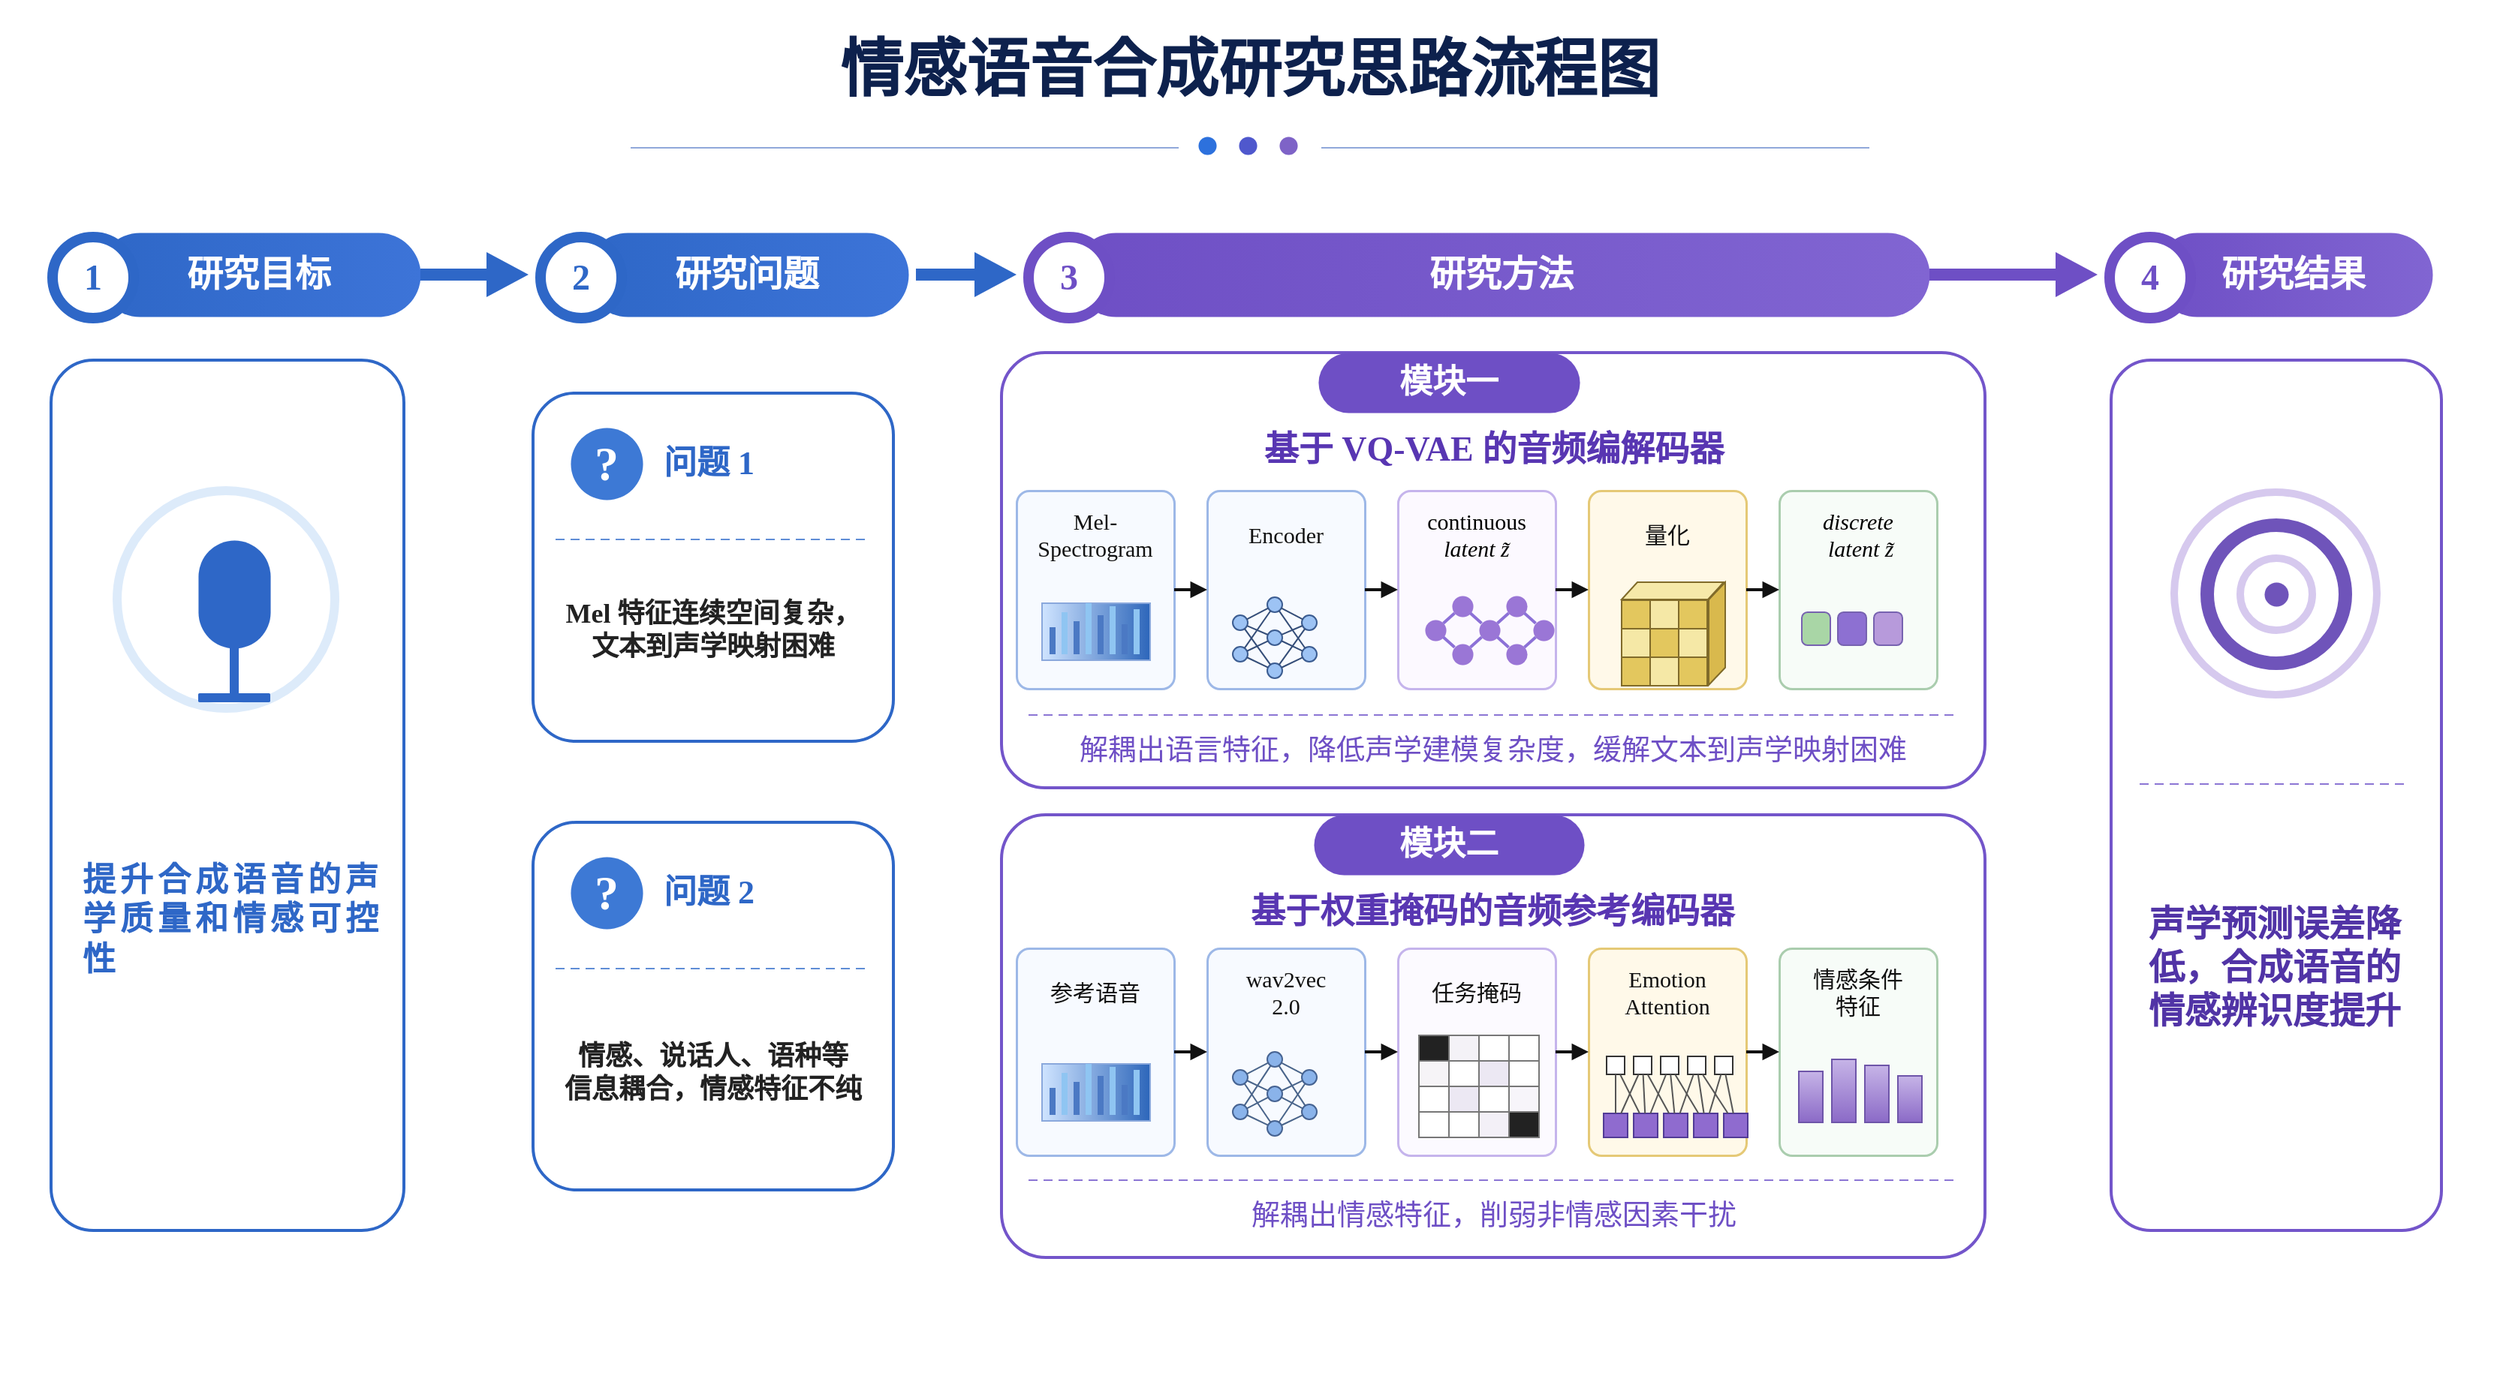
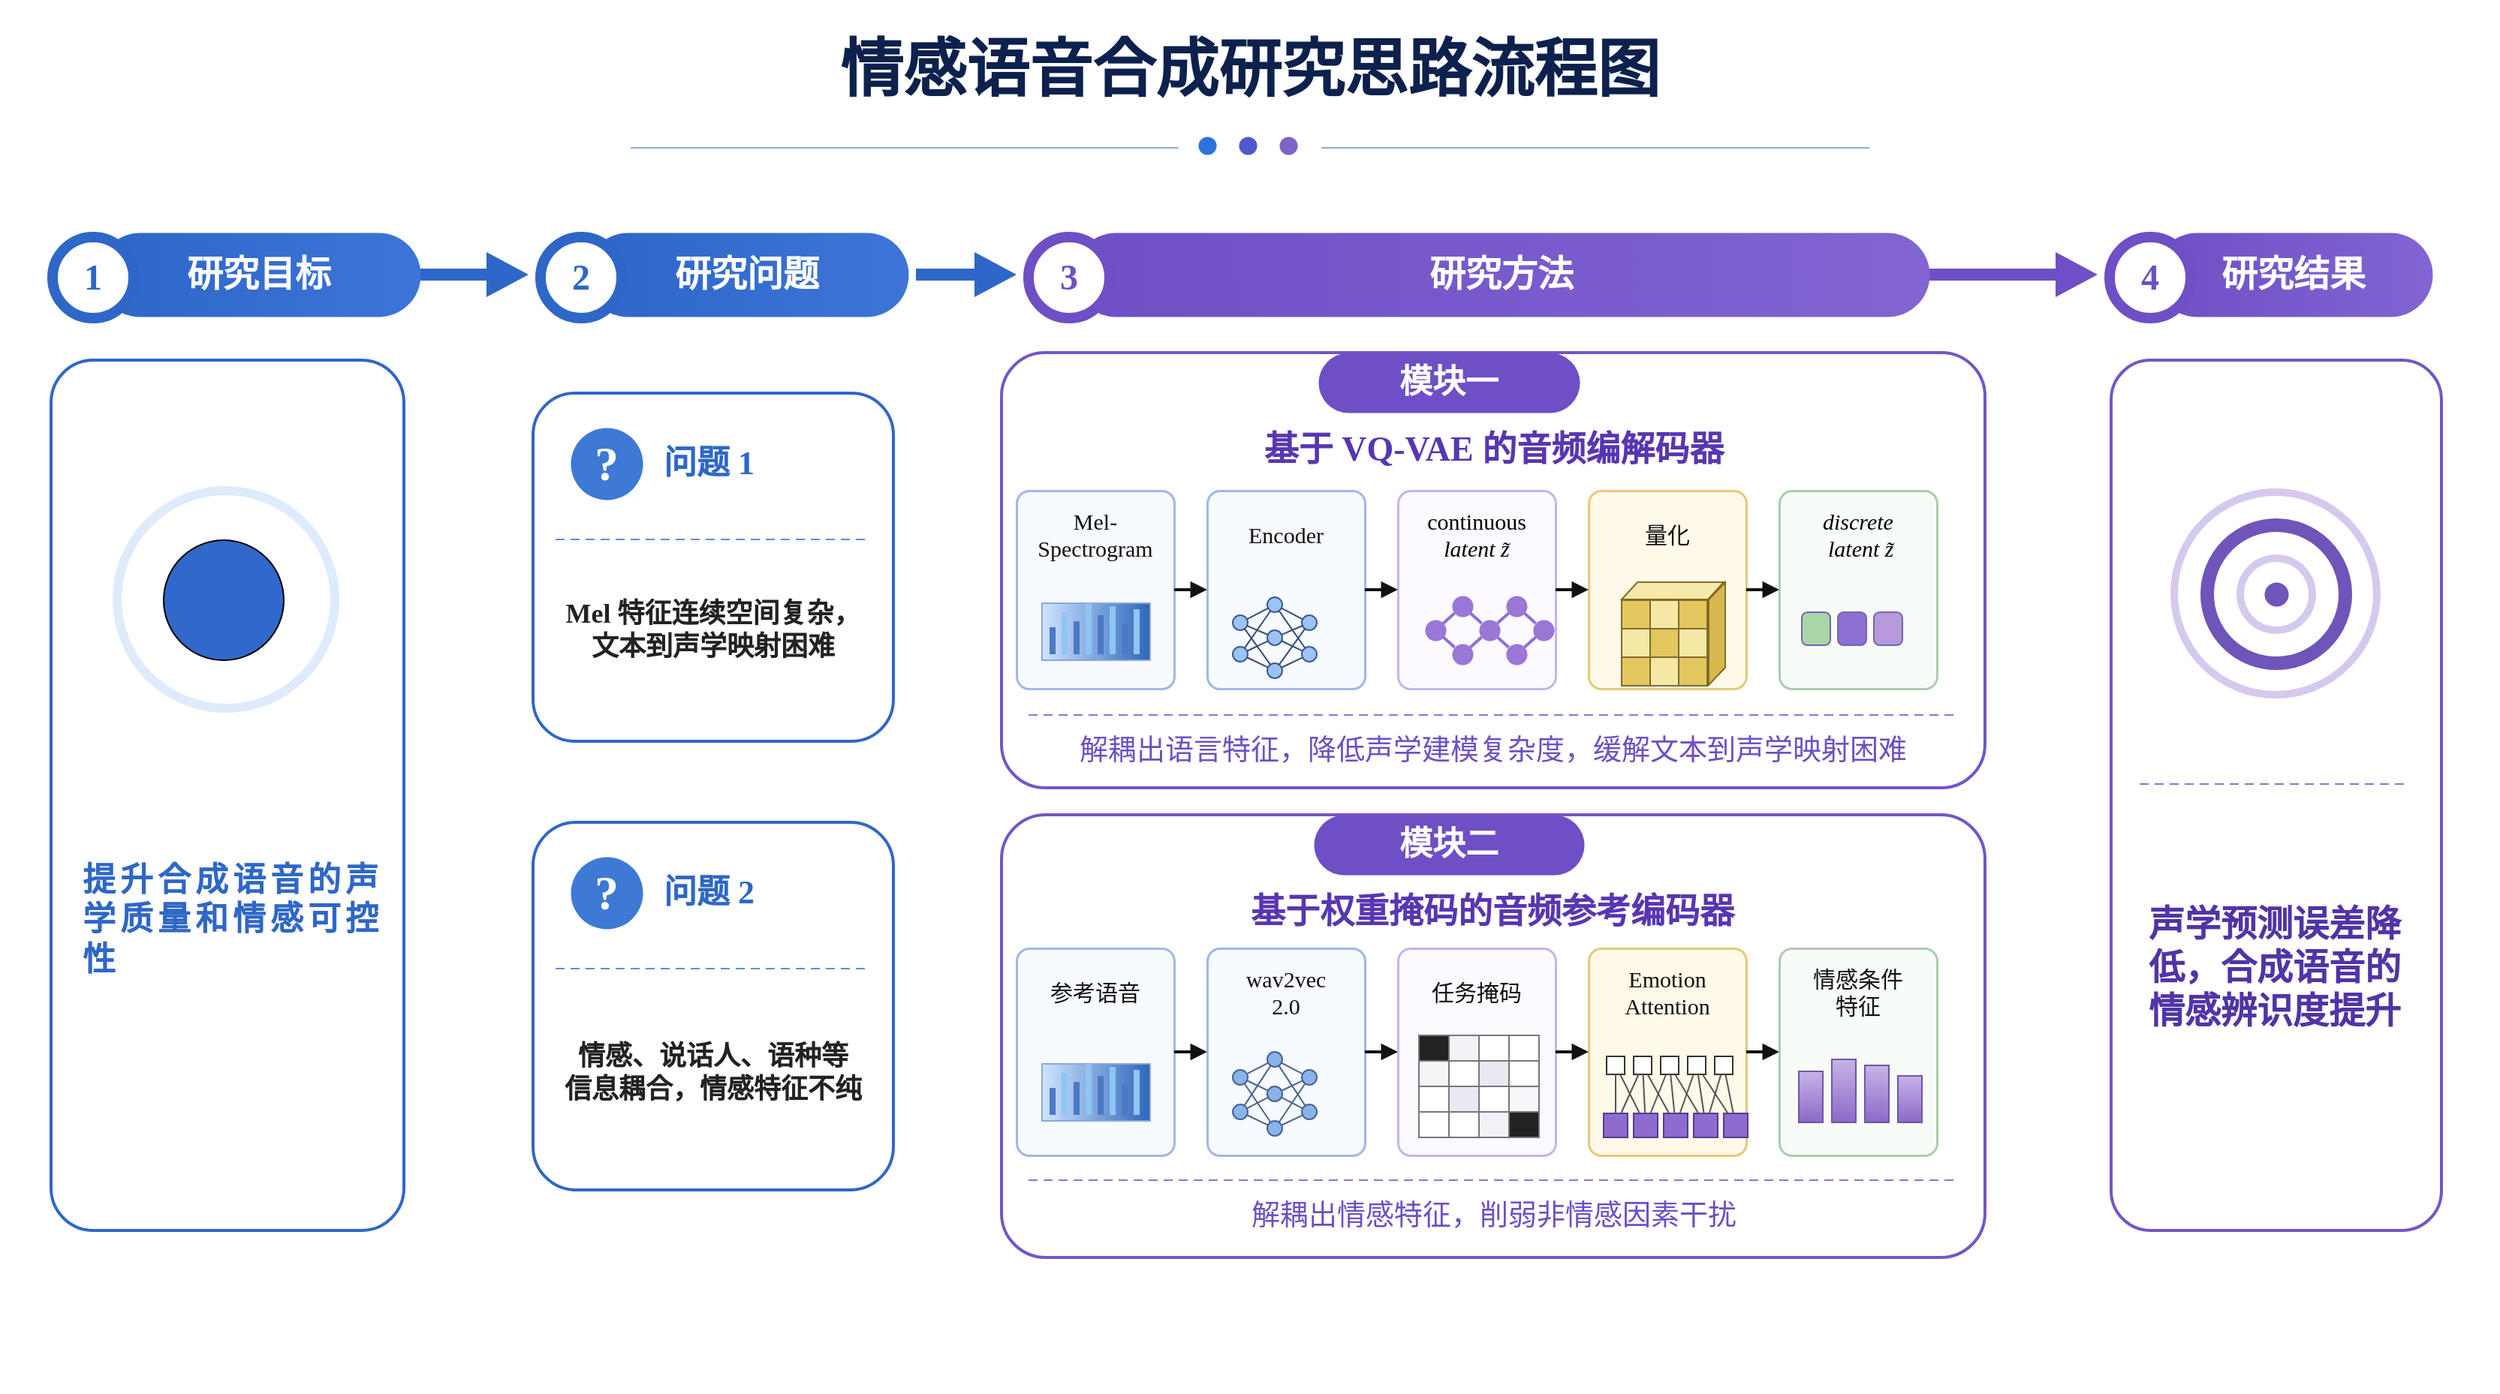
<mxfile host="app.diagrams.net">
  <diagram name="第 1 页" id="fVVEHDjkvuh4-jfM98xs">
    <mxGraphModel dx="2060" dy="1284" grid="1" gridSize="1" guides="1" tooltips="1" connect="1" arrows="1" fold="1" page="1" pageScale="1" pageWidth="1664" pageHeight="928" math="1" shadow="0">
      <root>
        <mxCell id="0" />
        <mxCell id="1" parent="0" />
        <mxCell id="v2" parent="1" style="shape=rect;fillColor=#FFFFFF;strokeColor=none;fontFamily=Comic Sans MS;" value="" vertex="1">
          <mxGeometry height="928" width="1664" as="geometry" />
        </mxCell>
        <mxCell id="v3" parent="1" style="text;html=1;whiteSpace=wrap;align=center;verticalAlign=middle;fontFamily=Comic Sans MS;fontSize=42;fontColor=#0D214D;fontStyle=1;spacing=0;" value="情感语音合成研究思路流程图" vertex="1">
          <mxGeometry height="58" width="885" x="390" y="18" as="geometry" />
        </mxCell>
        <mxCell id="v4" parent="1" style="shape=line;strokeColor=#90A8DA;strokeWidth=1;fontFamily=Comic Sans MS;" value="" vertex="1">
          <mxGeometry height="1" width="365" x="420" y="98" as="geometry" />
        </mxCell>
        <mxCell id="v5" parent="1" style="shape=line;strokeColor=#90A8DA;strokeWidth=1;fontFamily=Comic Sans MS;" value="" vertex="1">
          <mxGeometry height="1" width="365" x="880" y="98" as="geometry" />
        </mxCell>
        <mxCell id="v6" parent="1" style="ellipse;whiteSpace=wrap;html=1;fillColor=#2D71DD;strokeColor=#2D71DD;strokeWidth=0;fontFamily=Comic Sans MS;" value="" vertex="1">
          <mxGeometry height="12" width="12" x="798" y="91" as="geometry" />
        </mxCell>
        <mxCell id="v7" parent="1" style="ellipse;whiteSpace=wrap;html=1;fillColor=#4F58CD;strokeColor=#4F58CD;strokeWidth=0;fontFamily=Comic Sans MS;" value="" vertex="1">
          <mxGeometry height="12" width="12" x="825" y="91" as="geometry" />
        </mxCell>
        <mxCell id="v8" parent="1" style="ellipse;whiteSpace=wrap;html=1;fillColor=#7E63C7;strokeColor=#7E63C7;strokeWidth=0;fontFamily=Comic Sans MS;" value="" vertex="1">
          <mxGeometry height="12" width="12" x="852" y="91" as="geometry" />
        </mxCell>
        <mxCell id="v9" parent="1" style="rounded=1;arcSize=50;whiteSpace=wrap;html=1;fillColor=#2E67C7;strokeColor=none;strokeWidth=0;fontFamily=Comic Sans MS;gradientColor=#3D74D8;gradientDirection=east;fontSize=24;fontColor=#FFFFFF;fontStyle=1;align=center;verticalAlign=middle;" value="研究目标" vertex="1">
          <mxGeometry height="56" width="215" x="65" y="155" as="geometry" />
        </mxCell>
        <mxCell id="v10" parent="1" style="ellipse;whiteSpace=wrap;html=1;fillColor=#FFFFFF;strokeColor=#2E67C7;strokeWidth=7;fontFamily=Comic Sans MS;fontSize=24;fontColor=#2E67C7;fontStyle=1;align=center;verticalAlign=middle;" value="1" vertex="1">
          <mxGeometry height="54" width="54" x="35" y="158" as="geometry" />
        </mxCell>
        <mxCell id="v11" parent="1" style="rounded=1;arcSize=50;whiteSpace=wrap;html=1;fillColor=#2E67C7;strokeColor=none;strokeWidth=0;fontFamily=Comic Sans MS;gradientColor=#3D74D8;gradientDirection=east;fontSize=24;fontColor=#FFFFFF;fontStyle=1;align=center;verticalAlign=middle;" value="研究问题" vertex="1">
          <mxGeometry height="56" width="215" x="390" y="155" as="geometry" />
        </mxCell>
        <mxCell id="v12" parent="1" style="ellipse;whiteSpace=wrap;html=1;fillColor=#FFFFFF;strokeColor=#2E67C7;strokeWidth=7;fontFamily=Comic Sans MS;fontSize=24;fontColor=#2E67C7;fontStyle=1;align=center;verticalAlign=middle;" value="2" vertex="1">
          <mxGeometry height="54" width="54" x="360" y="158" as="geometry" />
        </mxCell>
        <mxCell id="v13" parent="1" style="rounded=1;arcSize=50;whiteSpace=wrap;html=1;fillColor=#6E4FC5;strokeColor=none;strokeWidth=0;fontFamily=Comic Sans MS;gradientColor=#8165D2;gradientDirection=east;fontSize=24;fontColor=#FFFFFF;fontStyle=1;align=center;verticalAlign=middle;" value="研究方法" vertex="1">
          <mxGeometry height="56" width="570" x="715" y="155" as="geometry" />
        </mxCell>
        <mxCell id="v14" parent="1" style="ellipse;whiteSpace=wrap;html=1;fillColor=#FFFFFF;strokeColor=#6E4FC5;strokeWidth=7;fontFamily=Comic Sans MS;fontSize=24;fontColor=#6E4FC5;fontStyle=1;align=center;verticalAlign=middle;" value="3" vertex="1">
          <mxGeometry height="54" width="54" x="685" y="158" as="geometry" />
        </mxCell>
        <mxCell id="v15" parent="1" style="rounded=1;arcSize=50;whiteSpace=wrap;html=1;fillColor=#6E4FC5;strokeColor=none;strokeWidth=0;fontFamily=Comic Sans MS;gradientColor=#8165D2;gradientDirection=east;fontSize=24;fontColor=#FFFFFF;fontStyle=1;align=center;verticalAlign=middle;" value="研究结果" vertex="1">
          <mxGeometry height="56" width="185" x="1435" y="155" as="geometry" />
        </mxCell>
        <mxCell id="v16" parent="1" style="ellipse;whiteSpace=wrap;html=1;fillColor=#FFFFFF;strokeColor=#6E4FC5;strokeWidth=7;fontFamily=Comic Sans MS;fontSize=24;fontColor=#6E4FC5;fontStyle=1;align=center;verticalAlign=middle;" value="4" vertex="1">
          <mxGeometry height="54" width="54" x="1405" y="158" as="geometry" />
        </mxCell>
        <mxCell id="v17" parent="1" style="shape=rect;fillColor=#2E67C7;strokeColor=none;fontFamily=Comic Sans MS;" value="" vertex="1">
          <mxGeometry height="8" width="52" x="280" y="179" as="geometry" />
        </mxCell>
        <mxCell id="v18" parent="1" style="shape=triangle;direction=east;fillColor=#2E67C7;strokeColor=none;fontFamily=Comic Sans MS;" value="" vertex="1">
          <mxGeometry height="30" width="28" x="324" y="168" as="geometry" />
        </mxCell>
        <mxCell id="v19" parent="1" style="shape=rect;fillColor=#2E67C7;strokeColor=none;fontFamily=Comic Sans MS;" value="" vertex="1">
          <mxGeometry height="8" width="47" x="610" y="179" as="geometry" />
        </mxCell>
        <mxCell id="v20" parent="1" style="shape=triangle;direction=east;fillColor=#2E67C7;strokeColor=none;fontFamily=Comic Sans MS;" value="" vertex="1">
          <mxGeometry height="30" width="28" x="649" y="168" as="geometry" />
        </mxCell>
        <mxCell id="v21" parent="1" style="shape=rect;fillColor=#6E4FC5;strokeColor=none;fontFamily=Comic Sans MS;" value="" vertex="1">
          <mxGeometry height="8" width="92" x="1285" y="179" as="geometry" />
        </mxCell>
        <mxCell id="v22" parent="1" style="shape=triangle;direction=east;fillColor=#6E4FC5;strokeColor=none;fontFamily=Comic Sans MS;" value="" vertex="1">
          <mxGeometry height="30" width="28" x="1369" y="168" as="geometry" />
        </mxCell>
        <mxCell id="v23" parent="1" style="rounded=1;arcSize=12;whiteSpace=wrap;html=1;fillColor=#FFFFFF;strokeColor=#2E67C7;strokeWidth=2;fontFamily=Comic Sans MS;" value="" vertex="1">
          <mxGeometry height="580" width="235" x="34" y="240" as="geometry" />
        </mxCell>
        <mxCell id="v24" parent="1" style="rounded=1;arcSize=12;whiteSpace=wrap;html=1;fillColor=#FFFFFF;strokeColor=#2E67C7;strokeWidth=2;fontFamily=Comic Sans MS;" value="" vertex="1">
          <mxGeometry height="232" width="240" x="355" y="262" as="geometry" />
        </mxCell>
        <mxCell id="v25" parent="1" style="rounded=1;arcSize=12;whiteSpace=wrap;html=1;fillColor=#FFFFFF;strokeColor=#2E67C7;strokeWidth=2;fontFamily=Comic Sans MS;" value="" vertex="1">
          <mxGeometry height="245" width="240" x="355" y="548" as="geometry" />
        </mxCell>
        <mxCell id="v26" parent="1" style="rounded=1;arcSize=10;whiteSpace=wrap;html=1;fillColor=#FFFFFF;strokeColor=#7355CA;strokeWidth=2;fontFamily=Comic Sans MS;" value="" vertex="1">
          <mxGeometry height="290" width="655" x="667" y="235" as="geometry" />
        </mxCell>
        <mxCell id="v27" parent="1" style="rounded=1;arcSize=10;whiteSpace=wrap;html=1;fillColor=#FFFFFF;strokeColor=#7355CA;strokeWidth=2;fontFamily=Comic Sans MS;" value="" vertex="1">
          <mxGeometry height="295" width="655" x="667" y="543" as="geometry" />
        </mxCell>
        <mxCell id="v28" parent="1" style="rounded=1;arcSize=12;whiteSpace=wrap;html=1;fillColor=#FFFFFF;strokeColor=#7355CA;strokeWidth=2;fontFamily=Comic Sans MS;" value="" vertex="1">
          <mxGeometry height="580" width="220" x="1406" y="240" as="geometry" />
        </mxCell>
        <mxCell id="v29" parent="1" style="ellipse;whiteSpace=wrap;html=1;fillColor=#FFFFFF;strokeColor=#DDEBFA;strokeWidth=6;fontFamily=Comic Sans MS;" value="" vertex="1">
          <mxGeometry height="145" width="145" x="78" y="327" as="geometry" />
        </mxCell>
-         <mxCell id="v30" parent="1" style="rounded=1;arcSize=50;whiteSpace=wrap;html=1;fillColor=#2E67C7;strokeColor=#2E67C7;strokeWidth=0;fontFamily=Comic Sans MS;" value="" vertex="1">
-           <mxGeometry height="72" width="48" x="132" y="360" as="geometry" />
-         </mxCell>
        <mxCell id="v31" parent="1" style="shape=mxgraph.basic.arc;startAngle=180;endAngle=360;fillColor=none;strokeColor=#2E67C7;strokeWidth=5;fontFamily=Comic Sans MS;" value="" vertex="1">
          <mxGeometry height="58" width="70" x="121" y="388" as="geometry" />
-         </mxCell>
-         <mxCell id="v32" parent="1" style="shape=rect;fillColor=#2E67C7;strokeColor=none;fontFamily=Comic Sans MS;" value="" vertex="1">
-           <mxGeometry height="34" width="6" x="153" y="431" as="geometry" />
-         </mxCell>
-         <mxCell id="v33" parent="1" style="shape=rect;fillColor=#2E67C7;strokeColor=none;rounded=1;fontFamily=Comic Sans MS;" value="" vertex="1">
-           <mxGeometry height="6" width="48" x="132" y="462" as="geometry" />
        </mxCell>
        <mxCell id="v34" parent="1" style="shape=mxgraph.basic.arc;startAngle=90;endAngle=270;direction=west;fillColor=none;strokeColor=#2E67C7;strokeWidth=4;fontFamily=Comic Sans MS;" value="" vertex="1">
          <mxGeometry height="38" width="18" x="90" y="380" as="geometry" />
        </mxCell>
        <mxCell id="v35" parent="1" style="shape=mxgraph.basic.arc;startAngle=90;endAngle=270;direction=west;fillColor=none;strokeColor=#2E67C7;strokeWidth=4;fontFamily=Comic Sans MS;" value="" vertex="1">
          <mxGeometry height="54" width="28" x="82" y="372" as="geometry" />
        </mxCell>
        <mxCell id="v36" parent="1" style="shape=mxgraph.basic.arc;startAngle=90;endAngle=270;direction=east;fillColor=none;strokeColor=#2E67C7;strokeWidth=4;fontFamily=Comic Sans MS;" value="" vertex="1">
          <mxGeometry height="38" width="18" x="193" y="380" as="geometry" />
        </mxCell>
        <mxCell id="v37" parent="1" style="shape=mxgraph.basic.arc;startAngle=90;endAngle=270;direction=east;fillColor=none;strokeColor=#2E67C7;strokeWidth=4;fontFamily=Comic Sans MS;" value="" vertex="1">
          <mxGeometry height="54" width="28" x="192" y="372" as="geometry" />
        </mxCell>
        <mxCell id="v38" parent="1" style="text;html=1;whiteSpace=wrap;align=left;verticalAlign=middle;fontFamily=Comic Sans MS;fontSize=22;fontColor=#111111;fontStyle=0;spacing=0;" value="&lt;div style=&quot;text-align: justify;&quot;&gt;&lt;b style=&quot;background-color: transparent; color: light-dark(rgb(46, 103, 199), rgb(237, 237, 237));&quot;&gt;提升合成语音的声学质量和情感可控性&lt;/b&gt;&lt;/div&gt;" vertex="1">
          <mxGeometry height="225" width="195" x="55" y="500" as="geometry" />
        </mxCell>
        <mxCell id="v39" parent="1" style="ellipse;whiteSpace=wrap;html=1;fillColor=#3D79D5;strokeColor=#3D79D5;strokeWidth=0;fontFamily=Comic Sans MS;fontSize=32;fontColor=#FFFFFF;fontStyle=1;align=center;verticalAlign=middle;" value="?" vertex="1">
          <mxGeometry height="48" width="48" x="380" y="285" as="geometry" />
        </mxCell>
        <mxCell id="v40" parent="1" style="text;html=1;whiteSpace=wrap;align=left;verticalAlign=middle;fontFamily=Comic Sans MS;fontSize=22;fontColor=#2E67C7;fontStyle=1;spacing=0;" value="问题 1" vertex="1">
          <mxGeometry height="44" width="120" x="442" y="287" as="geometry" />
        </mxCell>
        <mxCell id="v41" parent="1" style="shape=line;strokeColor=#5F8DD6;strokeWidth=1;dashed=1;dashPattern=6 4;fontFamily=Comic Sans MS;" value="" vertex="1">
          <mxGeometry height="1" width="210" x="370" y="359" as="geometry" />
        </mxCell>
        <mxCell id="v42" parent="1" style="ellipse;whiteSpace=wrap;html=1;fillColor=#3D79D5;strokeColor=#3D79D5;strokeWidth=0;fontFamily=Comic Sans MS;fontSize=32;fontColor=#FFFFFF;fontStyle=1;align=center;verticalAlign=middle;" value="?" vertex="1">
          <mxGeometry height="48" width="48" x="380" y="571" as="geometry" />
        </mxCell>
        <mxCell id="v43" parent="1" style="text;html=1;whiteSpace=wrap;align=left;verticalAlign=middle;fontFamily=Comic Sans MS;fontSize=22;fontColor=#2E67C7;fontStyle=1;spacing=0;" value="问题 2" vertex="1">
          <mxGeometry height="44" width="120" x="442" y="573" as="geometry" />
        </mxCell>
        <mxCell id="v44" parent="1" style="shape=line;strokeColor=#5F8DD6;strokeWidth=1;dashed=1;dashPattern=6 4;fontFamily=Comic Sans MS;" value="" vertex="1">
          <mxGeometry height="1" width="210" x="370" y="645" as="geometry" />
        </mxCell>
        <mxCell id="v45" parent="1" style="text;html=1;whiteSpace=wrap;align=center;verticalAlign=middle;fontFamily=Comic Sans MS;fontSize=18;fontColor=#222222;fontStyle=0;spacing=0;" value="&lt;b&gt;Mel 特征连续空间复杂，&lt;br&gt;文本到声学映射困难&lt;/b&gt;" vertex="1">
          <mxGeometry height="110" width="210" x="370" y="365" as="geometry" />
        </mxCell>
        <mxCell id="v46" parent="1" style="text;html=1;whiteSpace=wrap;align=center;verticalAlign=middle;fontFamily=Comic Sans MS;fontSize=18;fontColor=#222222;fontStyle=0;spacing=0;" value="&lt;b&gt;情感、说话人、语种等&lt;br&gt;信息耦合，情感特征不纯&lt;/b&gt;" vertex="1">
          <mxGeometry height="115" width="210" x="370" y="657" as="geometry" />
        </mxCell>
        <mxCell id="e47" edge="1" parent="1" style="edgeStyle=orthogonalEdgeStyle;rounded=0;html=1;strokeColor=#3B72CA;strokeWidth=3;dashed=1;dashPattern=6 4;endArrow=block;endFill=1;" value="">
          <mxGeometry relative="1" as="geometry">
            <Array as="points">
              <mxPoint x="278" y="510" />
              <mxPoint x="310" y="510" />
              <mxPoint x="310" y="378" />
              <mxPoint x="350" y="378" />
            </Array>
          </mxGeometry>
        </mxCell>
        <mxCell id="e48" edge="1" parent="1" style="edgeStyle=orthogonalEdgeStyle;rounded=0;html=1;strokeColor=#3B72CA;strokeWidth=3;dashed=1;dashPattern=6 4;endArrow=block;endFill=1;" value="">
          <mxGeometry relative="1" as="geometry">
            <Array as="points">
              <mxPoint x="278" y="510" />
              <mxPoint x="310" y="510" />
              <mxPoint x="310" y="670" />
              <mxPoint x="350" y="670" />
            </Array>
          </mxGeometry>
        </mxCell>
        <mxCell id="e49" edge="1" parent="1" style="edgeStyle=orthogonalEdgeStyle;rounded=0;html=1;strokeColor=#6E4FC5;strokeWidth=3;dashed=1;dashPattern=6 4;endArrow=block;endFill=1;" value="">
          <mxGeometry relative="1" as="geometry">
            <Array as="points">
              <mxPoint x="595" y="378" />
              <mxPoint x="625" y="378" />
              <mxPoint x="625" y="356" />
              <mxPoint x="665" y="356" />
            </Array>
          </mxGeometry>
        </mxCell>
        <mxCell id="e50" edge="1" parent="1" style="edgeStyle=orthogonalEdgeStyle;rounded=0;html=1;strokeColor=#6E4FC5;strokeWidth=3;dashed=1;dashPattern=6 4;endArrow=block;endFill=1;" value="">
          <mxGeometry relative="1" as="geometry">
            <Array as="points">
              <mxPoint x="595" y="670" />
              <mxPoint x="625" y="670" />
              <mxPoint x="625" y="695" />
              <mxPoint x="665" y="695" />
            </Array>
          </mxGeometry>
        </mxCell>
        <mxCell id="v51" parent="1" style="rounded=1;arcSize=50;whiteSpace=wrap;html=1;fillColor=#6E4FC5;strokeColor=#6E4FC5;strokeWidth=0;fontFamily=Comic Sans MS;fontSize=22;fontColor=#FFFFFF;fontStyle=1;align=center;verticalAlign=middle;" value="模块一" vertex="1">
          <mxGeometry height="40" width="174" x="878" y="235" as="geometry" />
        </mxCell>
        <mxCell id="v52" parent="1" style="rounded=1;arcSize=50;whiteSpace=wrap;html=1;fillColor=#6E4FC5;strokeColor=#6E4FC5;strokeWidth=0;fontFamily=Comic Sans MS;fontSize=22;fontColor=#FFFFFF;fontStyle=1;align=center;verticalAlign=middle;" value="模块二" vertex="1">
          <mxGeometry height="40" width="180" x="875" y="543" as="geometry" />
        </mxCell>
        <mxCell id="v53" parent="1" style="text;html=1;whiteSpace=wrap;align=center;verticalAlign=middle;fontFamily=Comic Sans MS;fontSize=23;fontColor=#5836B2;fontStyle=1;spacing=0;" value="基于 VQ-VAE 的音频编解码器" vertex="1">
          <mxGeometry height="38" width="520" x="735" y="280" as="geometry" />
        </mxCell>
        <mxCell id="v54" parent="1" style="text;html=1;whiteSpace=wrap;align=center;verticalAlign=middle;fontFamily=Comic Sans MS;fontSize=23;fontColor=#5836B2;fontStyle=1;spacing=0;" value="基于权重掩码的音频参考编码器" vertex="1">
          <mxGeometry height="38" width="580" x="704" y="588" as="geometry" />
        </mxCell>
        <mxCell id="v55" parent="1" style="rounded=1;arcSize=8;whiteSpace=wrap;html=1;fillColor=#F7FAFF;strokeColor=#9DB8E7;strokeWidth=1.5;fontFamily=Comic Sans MS;" value="" vertex="1">
          <mxGeometry height="132" width="105" x="677" y="327" as="geometry" />
        </mxCell>
        <mxCell id="v56" parent="1" style="text;html=1;whiteSpace=wrap;align=center;verticalAlign=middle;fontFamily=Comic Sans MS;fontSize=15;fontColor=#111111;fontStyle=0;spacing=0;" value="Mel-&lt;br&gt;Spectrogram" vertex="1">
          <mxGeometry height="42" width="95" x="682" y="335" as="geometry" />
        </mxCell>
        <mxCell id="v57" parent="1" style="rounded=1;arcSize=8;whiteSpace=wrap;html=1;fillColor=#F7FAFF;strokeColor=#9DB8E7;strokeWidth=1.5;fontFamily=Comic Sans MS;" value="" vertex="1">
          <mxGeometry height="132" width="105" x="804" y="327" as="geometry" />
        </mxCell>
        <mxCell id="v58" parent="1" style="text;html=1;whiteSpace=wrap;align=center;verticalAlign=middle;fontFamily=Comic Sans MS;fontSize=15;fontColor=#111111;fontStyle=0;spacing=0;" value="Encoder" vertex="1">
          <mxGeometry height="42" width="95" x="809" y="335" as="geometry" />
        </mxCell>
        <mxCell id="v59" parent="1" style="rounded=1;arcSize=8;whiteSpace=wrap;html=1;fillColor=#FCF9FF;strokeColor=#C5B4EC;strokeWidth=1.5;fontFamily=Comic Sans MS;" value="" vertex="1">
          <mxGeometry height="132" width="105" x="931" y="327" as="geometry" />
        </mxCell>
        <mxCell id="v60" parent="1" style="text;html=1;whiteSpace=wrap;align=center;verticalAlign=middle;fontFamily=Comic Sans MS;fontSize=15;fontColor=#111111;fontStyle=0;spacing=0;" value="&lt;font&gt;&lt;span style=&quot;text-align: left; white-space: nowrap; color: rgb(0, 0, 0);&quot;&gt;continuous&lt;/span&gt;&lt;/font&gt;&lt;div&gt;&lt;font&gt;&lt;i style=&quot;text-align: left; white-space: nowrap; color: rgb(0, 0, 0);&quot;&gt; latent &lt;span&gt;z̃&lt;/span&gt;&lt;/i&gt;&lt;/font&gt;&lt;/div&gt;" vertex="1">
          <mxGeometry height="42" width="95" x="936" y="335" as="geometry" />
        </mxCell>
        <mxCell id="v61" parent="1" style="rounded=1;arcSize=8;whiteSpace=wrap;html=1;fillColor=#FFF9E9;strokeColor=#E5C976;strokeWidth=1.5;fontFamily=Comic Sans MS;" value="" vertex="1">
          <mxGeometry height="132" width="105" x="1058" y="327" as="geometry" />
        </mxCell>
        <mxCell id="v62" parent="1" style="text;html=1;whiteSpace=wrap;align=center;verticalAlign=middle;fontFamily=Comic Sans MS;fontSize=15;fontColor=#111111;fontStyle=0;spacing=0;" value="量化" vertex="1">
          <mxGeometry height="42" width="95" x="1063" y="335" as="geometry" />
        </mxCell>
        <mxCell id="v63" parent="1" style="rounded=1;arcSize=8;whiteSpace=wrap;html=1;fillColor=#F7FCF8;strokeColor=#AACDAE;strokeWidth=1.5;fontFamily=Comic Sans MS;" value="" vertex="1">
          <mxGeometry height="132" width="105" x="1185" y="327" as="geometry" />
        </mxCell>
        <mxCell id="v64" parent="1" style="text;html=1;whiteSpace=wrap;align=center;verticalAlign=middle;fontFamily=Comic Sans MS;fontSize=15;fontColor=#111111;fontStyle=0;spacing=0;" value="&lt;i style=&quot;text-align: left; white-space: nowrap;&quot;&gt;&lt;font style=&quot;color: rgb(0, 0, 0);&quot;&gt;discrete&lt;/font&gt;&lt;/i&gt;&lt;div&gt;&lt;i style=&quot;text-align: left; white-space: nowrap;&quot;&gt;&lt;font style=&quot;color: rgb(0, 0, 0);&quot;&gt;&amp;nbsp;latent &lt;span&gt;z̃&lt;/span&gt;&lt;/font&gt;&lt;/i&gt;&lt;/div&gt;" vertex="1">
          <mxGeometry height="42" width="95" x="1190" y="335" as="geometry" />
        </mxCell>
        <mxCell id="e65" edge="1" parent="1" source="v55" style="edgeStyle=orthogonalEdgeStyle;rounded=0;html=1;strokeColor=#111111;strokeWidth=2;endArrow=block;endFill=1;fontFamily=Comic Sans MS;" target="v57" value="">
          <mxGeometry relative="1" as="geometry" />
        </mxCell>
        <mxCell id="e66" edge="1" parent="1" source="v57" style="edgeStyle=orthogonalEdgeStyle;rounded=0;html=1;strokeColor=#111111;strokeWidth=2;endArrow=block;endFill=1;fontFamily=Comic Sans MS;" target="v59" value="">
          <mxGeometry relative="1" as="geometry" />
        </mxCell>
        <mxCell id="e67" edge="1" parent="1" source="v59" style="edgeStyle=orthogonalEdgeStyle;rounded=0;html=1;strokeColor=#111111;strokeWidth=2;endArrow=block;endFill=1;fontFamily=Comic Sans MS;" target="v61" value="">
          <mxGeometry relative="1" as="geometry" />
        </mxCell>
        <mxCell id="e68" edge="1" parent="1" source="v61" style="edgeStyle=orthogonalEdgeStyle;rounded=0;html=1;strokeColor=#111111;strokeWidth=2;endArrow=block;endFill=1;fontFamily=Comic Sans MS;" target="v63" value="">
          <mxGeometry relative="1" as="geometry" />
        </mxCell>
        <mxCell id="v78" parent="1" style="ellipse;whiteSpace=wrap;html=1;fillColor=#9DC3F4;strokeColor=#3B5C91;strokeWidth=1;fontFamily=Comic Sans MS;" value="" vertex="1">
          <mxGeometry height="10" width="10" x="821" y="410" as="geometry" />
        </mxCell>
        <mxCell id="v79" parent="1" style="ellipse;whiteSpace=wrap;html=1;fillColor=#9DC3F4;strokeColor=#3B5C91;strokeWidth=1;fontFamily=Comic Sans MS;" value="" vertex="1">
          <mxGeometry height="10" width="10" x="821" y="431" as="geometry" />
        </mxCell>
        <mxCell id="v80" parent="1" style="ellipse;whiteSpace=wrap;html=1;fillColor=#9DC3F4;strokeColor=#3B5C91;strokeWidth=1;fontFamily=Comic Sans MS;" value="" vertex="1">
          <mxGeometry height="10" width="10" x="844" y="398" as="geometry" />
        </mxCell>
        <mxCell id="v81" parent="1" style="ellipse;whiteSpace=wrap;html=1;fillColor=#9DC3F4;strokeColor=#3B5C91;strokeWidth=1;fontFamily=Comic Sans MS;" value="" vertex="1">
          <mxGeometry height="10" width="10" x="844" y="420" as="geometry" />
        </mxCell>
        <mxCell id="v82" parent="1" style="ellipse;whiteSpace=wrap;html=1;fillColor=#9DC3F4;strokeColor=#3B5C91;strokeWidth=1;fontFamily=Comic Sans MS;" value="" vertex="1">
          <mxGeometry height="10" width="10" x="844" y="442" as="geometry" />
        </mxCell>
        <mxCell id="v83" parent="1" style="ellipse;whiteSpace=wrap;html=1;fillColor=#9DC3F4;strokeColor=#3B5C91;strokeWidth=1;fontFamily=Comic Sans MS;" value="" vertex="1">
          <mxGeometry height="10" width="10" x="867" y="410" as="geometry" />
        </mxCell>
        <mxCell id="v84" parent="1" style="ellipse;whiteSpace=wrap;html=1;fillColor=#9DC3F4;strokeColor=#3B5C91;strokeWidth=1;fontFamily=Comic Sans MS;" value="" vertex="1">
          <mxGeometry height="10" width="10" x="867" y="431" as="geometry" />
        </mxCell>
        <mxCell id="e85" edge="1" parent="1" source="v78" style="edgeStyle=none;html=1;strokeColor=#344D78;strokeWidth=1;endArrow=none;fontFamily=Comic Sans MS;" target="v80" value="">
          <mxGeometry relative="1" as="geometry" />
        </mxCell>
        <mxCell id="e86" edge="1" parent="1" source="v78" style="edgeStyle=none;html=1;strokeColor=#344D78;strokeWidth=1;endArrow=none;fontFamily=Comic Sans MS;" target="v81" value="">
          <mxGeometry relative="1" as="geometry" />
        </mxCell>
        <mxCell id="e87" edge="1" parent="1" source="v78" style="edgeStyle=none;html=1;strokeColor=#344D78;strokeWidth=1;endArrow=none;fontFamily=Comic Sans MS;" target="v82" value="">
          <mxGeometry relative="1" as="geometry" />
        </mxCell>
        <mxCell id="e88" edge="1" parent="1" source="v79" style="edgeStyle=none;html=1;strokeColor=#344D78;strokeWidth=1;endArrow=none;fontFamily=Comic Sans MS;" target="v80" value="">
          <mxGeometry relative="1" as="geometry" />
        </mxCell>
        <mxCell id="e89" edge="1" parent="1" source="v79" style="edgeStyle=none;html=1;strokeColor=#344D78;strokeWidth=1;endArrow=none;fontFamily=Comic Sans MS;" target="v81" value="">
          <mxGeometry relative="1" as="geometry" />
        </mxCell>
        <mxCell id="e90" edge="1" parent="1" source="v79" style="edgeStyle=none;html=1;strokeColor=#344D78;strokeWidth=1;endArrow=none;fontFamily=Comic Sans MS;" target="v82" value="">
          <mxGeometry relative="1" as="geometry" />
        </mxCell>
        <mxCell id="e91" edge="1" parent="1" source="v80" style="edgeStyle=none;html=1;strokeColor=#344D78;strokeWidth=1;endArrow=none;fontFamily=Comic Sans MS;" target="v83" value="">
          <mxGeometry relative="1" as="geometry" />
        </mxCell>
        <mxCell id="e92" edge="1" parent="1" source="v80" style="edgeStyle=none;html=1;strokeColor=#344D78;strokeWidth=1;endArrow=none;fontFamily=Comic Sans MS;" target="v84" value="">
          <mxGeometry relative="1" as="geometry" />
        </mxCell>
        <mxCell id="e93" edge="1" parent="1" source="v81" style="edgeStyle=none;html=1;strokeColor=#344D78;strokeWidth=1;endArrow=none;fontFamily=Comic Sans MS;" target="v83" value="">
          <mxGeometry relative="1" as="geometry" />
        </mxCell>
        <mxCell id="e94" edge="1" parent="1" source="v81" style="edgeStyle=none;html=1;strokeColor=#344D78;strokeWidth=1;endArrow=none;fontFamily=Comic Sans MS;" target="v84" value="">
          <mxGeometry relative="1" as="geometry" />
        </mxCell>
        <mxCell id="e95" edge="1" parent="1" source="v82" style="edgeStyle=none;html=1;strokeColor=#344D78;strokeWidth=1;endArrow=none;fontFamily=Comic Sans MS;" target="v83" value="">
          <mxGeometry relative="1" as="geometry" />
        </mxCell>
        <mxCell id="e96" edge="1" parent="1" source="v82" style="edgeStyle=none;html=1;strokeColor=#344D78;strokeWidth=1;endArrow=none;fontFamily=Comic Sans MS;" target="v84" value="">
          <mxGeometry relative="1" as="geometry" />
        </mxCell>
        <mxCell id="v97" parent="1" style="ellipse;whiteSpace=wrap;html=1;fillColor=#9A76D6;strokeColor=#9A76D6;strokeWidth=0;fontFamily=Comic Sans MS;" value="" vertex="1">
          <mxGeometry height="14" width="14" x="949" y="413" as="geometry" />
        </mxCell>
        <mxCell id="v98" parent="1" style="ellipse;whiteSpace=wrap;html=1;fillColor=#9A76D6;strokeColor=#9A76D6;strokeWidth=0;fontFamily=Comic Sans MS;" value="" vertex="1">
          <mxGeometry height="14" width="14" x="967" y="397" as="geometry" />
        </mxCell>
        <mxCell id="v99" parent="1" style="ellipse;whiteSpace=wrap;html=1;fillColor=#9A76D6;strokeColor=#9A76D6;strokeWidth=0;fontFamily=Comic Sans MS;" value="" vertex="1">
          <mxGeometry height="14" width="14" x="967" y="429" as="geometry" />
        </mxCell>
        <mxCell id="v100" parent="1" style="ellipse;whiteSpace=wrap;html=1;fillColor=#9A76D6;strokeColor=#9A76D6;strokeWidth=0;fontFamily=Comic Sans MS;" value="" vertex="1">
          <mxGeometry height="14" width="14" x="985" y="413" as="geometry" />
        </mxCell>
        <mxCell id="v101" parent="1" style="ellipse;whiteSpace=wrap;html=1;fillColor=#9A76D6;strokeColor=#9A76D6;strokeWidth=0;fontFamily=Comic Sans MS;" value="" vertex="1">
          <mxGeometry height="14" width="14" x="1003" y="397" as="geometry" />
        </mxCell>
        <mxCell id="v102" parent="1" style="ellipse;whiteSpace=wrap;html=1;fillColor=#9A76D6;strokeColor=#9A76D6;strokeWidth=0;fontFamily=Comic Sans MS;" value="" vertex="1">
          <mxGeometry height="14" width="14" x="1003" y="429" as="geometry" />
        </mxCell>
        <mxCell id="v103" parent="1" style="ellipse;whiteSpace=wrap;html=1;fillColor=#9A76D6;strokeColor=#9A76D6;strokeWidth=0;fontFamily=Comic Sans MS;" value="" vertex="1">
          <mxGeometry height="14" width="14" x="1021" y="413" as="geometry" />
        </mxCell>
        <mxCell id="e104" edge="1" parent="1" source="v97" style="edgeStyle=none;html=1;strokeColor=#8C71D7;strokeWidth=2;endArrow=none;fontFamily=Comic Sans MS;" target="v98" value="">
          <mxGeometry relative="1" as="geometry" />
        </mxCell>
        <mxCell id="e105" edge="1" parent="1" source="v97" style="edgeStyle=none;html=1;strokeColor=#8C71D7;strokeWidth=2;endArrow=none;fontFamily=Comic Sans MS;" target="v99" value="">
          <mxGeometry relative="1" as="geometry" />
        </mxCell>
        <mxCell id="e106" edge="1" parent="1" source="v98" style="edgeStyle=none;html=1;strokeColor=#8C71D7;strokeWidth=2;endArrow=none;fontFamily=Comic Sans MS;" target="v100" value="">
          <mxGeometry relative="1" as="geometry" />
        </mxCell>
        <mxCell id="e107" edge="1" parent="1" source="v99" style="edgeStyle=none;html=1;strokeColor=#8C71D7;strokeWidth=2;endArrow=none;fontFamily=Comic Sans MS;" target="v100" value="">
          <mxGeometry relative="1" as="geometry" />
        </mxCell>
        <mxCell id="e108" edge="1" parent="1" source="v100" style="edgeStyle=none;html=1;strokeColor=#8C71D7;strokeWidth=2;endArrow=none;fontFamily=Comic Sans MS;" target="v101" value="">
          <mxGeometry relative="1" as="geometry" />
        </mxCell>
        <mxCell id="e109" edge="1" parent="1" source="v100" style="edgeStyle=none;html=1;strokeColor=#8C71D7;strokeWidth=2;endArrow=none;fontFamily=Comic Sans MS;" target="v102" value="">
          <mxGeometry relative="1" as="geometry" />
        </mxCell>
        <mxCell id="e110" edge="1" parent="1" source="v101" style="edgeStyle=none;html=1;strokeColor=#8C71D7;strokeWidth=2;endArrow=none;fontFamily=Comic Sans MS;" target="v103" value="">
          <mxGeometry relative="1" as="geometry" />
        </mxCell>
        <mxCell id="e111" edge="1" parent="1" source="v102" style="edgeStyle=none;html=1;strokeColor=#8C71D7;strokeWidth=2;endArrow=none;fontFamily=Comic Sans MS;" target="v103" value="">
          <mxGeometry relative="1" as="geometry" />
        </mxCell>
        <mxCell id="v112" parent="1" style="shape=rect;fillColor=#E3C75E;strokeColor=#806B2A;strokeWidth=1;fontFamily=Comic Sans MS;" value="" vertex="1">
          <mxGeometry height="19" width="19" x="1080" y="400" as="geometry" />
        </mxCell>
        <mxCell id="v113" parent="1" style="shape=rect;fillColor=#F5E8A6;strokeColor=#806B2A;strokeWidth=1;fontFamily=Comic Sans MS;" value="" vertex="1">
          <mxGeometry height="19" width="19" x="1099" y="400" as="geometry" />
        </mxCell>
        <mxCell id="v114" parent="1" style="shape=rect;fillColor=#E3C75E;strokeColor=#806B2A;strokeWidth=1;fontFamily=Comic Sans MS;" value="" vertex="1">
          <mxGeometry height="19" width="19" x="1118" y="400" as="geometry" />
        </mxCell>
        <mxCell id="v115" parent="1" style="shape=rect;fillColor=#F5E8A6;strokeColor=#806B2A;strokeWidth=1;fontFamily=Comic Sans MS;" value="" vertex="1">
          <mxGeometry height="19" width="19" x="1080" y="419" as="geometry" />
        </mxCell>
        <mxCell id="v116" parent="1" style="shape=rect;fillColor=#E3C75E;strokeColor=#806B2A;strokeWidth=1;fontFamily=Comic Sans MS;" value="" vertex="1">
          <mxGeometry height="19" width="19" x="1099" y="419" as="geometry" />
        </mxCell>
        <mxCell id="v117" parent="1" style="shape=rect;fillColor=#F5E8A6;strokeColor=#806B2A;strokeWidth=1;fontFamily=Comic Sans MS;" value="" vertex="1">
          <mxGeometry height="19" width="19" x="1118" y="419" as="geometry" />
        </mxCell>
        <mxCell id="v118" parent="1" style="shape=rect;fillColor=#E3C75E;strokeColor=#806B2A;strokeWidth=1;fontFamily=Comic Sans MS;" value="" vertex="1">
          <mxGeometry height="19" width="19" x="1080" y="438" as="geometry" />
        </mxCell>
        <mxCell id="v119" parent="1" style="shape=rect;fillColor=#F5E8A6;strokeColor=#806B2A;strokeWidth=1;fontFamily=Comic Sans MS;" value="" vertex="1">
          <mxGeometry height="19" width="19" x="1099" y="438" as="geometry" />
        </mxCell>
        <mxCell id="v120" parent="1" style="shape=rect;fillColor=#E3C75E;strokeColor=#806B2A;strokeWidth=1;fontFamily=Comic Sans MS;" value="" vertex="1">
          <mxGeometry height="19" width="19" x="1118" y="438" as="geometry" />
        </mxCell>
        <mxCell id="v121" parent="1" style="shape=parallelogram;fillColor=#F6E9A9;strokeColor=#806B2A;strokeWidth=1;fontFamily=Comic Sans MS;size=0.15441176470588236;" value="" vertex="1">
          <mxGeometry height="11.5" width="68" x="1080" y="388" as="geometry" />
        </mxCell>
        <mxCell id="v122" parent="1" style="shape=parallelogram;direction=south;fillColor=#D9B94D;strokeColor=#806B2A;strokeWidth=1;fontFamily=Comic Sans MS;flipV=1;legacyAnchorPoints=0;size=0.16970802919708028;" value="" vertex="1">
          <mxGeometry height="68.5" width="11" x="1138" y="388" as="geometry" />
        </mxCell>
        <mxCell id="v123" parent="1" style="rounded=1;arcSize=20;whiteSpace=wrap;html=1;fillColor=#A9D6A6;strokeColor=#7762B0;strokeWidth=1;fontFamily=Comic Sans MS;" value="" vertex="1">
          <mxGeometry height="22" width="19" x="1200" y="408" as="geometry" />
        </mxCell>
        <mxCell id="v124" parent="1" style="rounded=1;arcSize=20;whiteSpace=wrap;html=1;fillColor=#8D70D2;strokeColor=#7762B0;strokeWidth=1;fontFamily=Comic Sans MS;" value="" vertex="1">
          <mxGeometry height="22" width="19" x="1224" y="408" as="geometry" />
        </mxCell>
        <mxCell id="v125" parent="1" style="rounded=1;arcSize=20;whiteSpace=wrap;html=1;fillColor=#B79ADB;strokeColor=#7762B0;strokeWidth=1;fontFamily=Comic Sans MS;" value="" vertex="1">
          <mxGeometry height="22" width="19" x="1248" y="408" as="geometry" />
        </mxCell>
        <mxCell id="v127" parent="1" style="shape=line;strokeColor=#8B75D4;strokeWidth=1;dashed=1;dashPattern=6 4;fontFamily=Comic Sans MS;" value="" vertex="1">
          <mxGeometry height="1" width="620" x="685" y="476" as="geometry" />
        </mxCell>
        <mxCell id="v128" parent="1" style="text;html=1;whiteSpace=wrap;align=center;verticalAlign=middle;fontFamily=Comic Sans MS;fontSize=19;fontColor=#222222;fontStyle=0;spacing=0;" value="&lt;span style=&quot;color: light-dark(rgb(110, 79, 197), rgb(237, 237, 237));&quot;&gt;解耦出语言特征，降低声学建模复杂度，缓解文本到声学映射困难&lt;/span&gt;" vertex="1">
          <mxGeometry height="30" width="575" x="707" y="485" as="geometry" />
        </mxCell>
        <mxCell id="v129" parent="1" style="rounded=1;arcSize=8;whiteSpace=wrap;html=1;fillColor=#F7FAFF;strokeColor=#9DB8E7;strokeWidth=1.5;fontFamily=Comic Sans MS;" value="" vertex="1">
          <mxGeometry height="138" width="105" x="677" y="632" as="geometry" />
        </mxCell>
        <mxCell id="v130" parent="1" style="text;html=1;whiteSpace=wrap;align=center;verticalAlign=middle;fontFamily=Comic Sans MS;fontSize=15;fontColor=#111111;fontStyle=0;spacing=0;" value="参考语音" vertex="1">
          <mxGeometry height="42" width="95" x="682" y="640" as="geometry" />
        </mxCell>
        <mxCell id="v131" parent="1" style="rounded=1;arcSize=8;whiteSpace=wrap;html=1;fillColor=#F7FAFF;strokeColor=#9DB8E7;strokeWidth=1.5;fontFamily=Comic Sans MS;" value="" vertex="1">
          <mxGeometry height="138" width="105" x="804" y="632" as="geometry" />
        </mxCell>
        <mxCell id="v132" parent="1" style="text;html=1;whiteSpace=wrap;align=center;verticalAlign=middle;fontFamily=Comic Sans MS;fontSize=15;fontColor=#111111;fontStyle=0;spacing=0;" value="wav2vec&lt;br&gt;2.0" vertex="1">
          <mxGeometry height="42" width="95" x="809" y="640" as="geometry" />
        </mxCell>
        <mxCell id="v133" parent="1" style="rounded=1;arcSize=8;whiteSpace=wrap;html=1;fillColor=#FCFAFF;strokeColor=#C5B4EC;strokeWidth=1.5;fontFamily=Comic Sans MS;" value="" vertex="1">
          <mxGeometry height="138" width="105" x="931" y="632" as="geometry" />
        </mxCell>
        <mxCell id="v134" parent="1" style="text;html=1;whiteSpace=wrap;align=center;verticalAlign=middle;fontFamily=Comic Sans MS;fontSize=15;fontColor=#111111;fontStyle=0;spacing=0;" value="任务掩码" vertex="1">
          <mxGeometry height="42" width="95" x="936" y="640" as="geometry" />
        </mxCell>
        <mxCell id="v135" parent="1" style="rounded=1;arcSize=8;whiteSpace=wrap;html=1;fillColor=#FFF9E9;strokeColor=#E5C976;strokeWidth=1.5;fontFamily=Comic Sans MS;" value="" vertex="1">
          <mxGeometry height="138" width="105" x="1058" y="632" as="geometry" />
        </mxCell>
        <mxCell id="v136" parent="1" style="text;html=1;whiteSpace=wrap;align=center;verticalAlign=middle;fontFamily=Comic Sans MS;fontSize=15;fontColor=#111111;fontStyle=0;spacing=0;" value="Emotion&lt;br&gt;Attention" vertex="1">
          <mxGeometry height="42" width="95" x="1063" y="640" as="geometry" />
        </mxCell>
        <mxCell id="v137" parent="1" style="rounded=1;arcSize=8;whiteSpace=wrap;html=1;fillColor=#F7FCF8;strokeColor=#AACDAE;strokeWidth=1.5;fontFamily=Comic Sans MS;" value="" vertex="1">
          <mxGeometry height="138" width="105" x="1185" y="632" as="geometry" />
        </mxCell>
        <mxCell id="v138" parent="1" style="text;html=1;whiteSpace=wrap;align=center;verticalAlign=middle;fontFamily=Comic Sans MS;fontSize=15;fontColor=#111111;fontStyle=0;spacing=0;" value="情感条件&lt;br&gt;特征" vertex="1">
          <mxGeometry height="42" width="95" x="1190" y="640" as="geometry" />
        </mxCell>
        <mxCell id="e139" edge="1" parent="1" source="v129" style="edgeStyle=orthogonalEdgeStyle;rounded=0;html=1;strokeColor=#111111;strokeWidth=2;endArrow=block;endFill=1;fontFamily=Comic Sans MS;" target="v131" value="">
          <mxGeometry relative="1" as="geometry" />
        </mxCell>
        <mxCell id="e140" edge="1" parent="1" source="v131" style="edgeStyle=orthogonalEdgeStyle;rounded=0;html=1;strokeColor=#111111;strokeWidth=2;endArrow=block;endFill=1;fontFamily=Comic Sans MS;" target="v133" value="">
          <mxGeometry relative="1" as="geometry" />
        </mxCell>
        <mxCell id="e141" edge="1" parent="1" source="v133" style="edgeStyle=orthogonalEdgeStyle;rounded=0;html=1;strokeColor=#111111;strokeWidth=2;endArrow=block;endFill=1;fontFamily=Comic Sans MS;" target="v135" value="">
          <mxGeometry relative="1" as="geometry" />
        </mxCell>
        <mxCell id="e142" edge="1" parent="1" source="v135" style="edgeStyle=orthogonalEdgeStyle;rounded=0;html=1;strokeColor=#111111;strokeWidth=2;endArrow=block;endFill=1;fontFamily=Comic Sans MS;" target="v137" value="">
          <mxGeometry relative="1" as="geometry" />
        </mxCell>
        <mxCell id="e143" edge="1" parent="1" style="edgeStyle=none;html=1;strokeColor=#3D75CC;strokeWidth=2;endArrow=none;" value="">
          <mxGeometry relative="1" as="geometry">
            <Array as="points">
              <mxPoint x="687" y="731" />
              <mxPoint x="692" y="731" />
            </Array>
          </mxGeometry>
        </mxCell>
        <mxCell id="e144" edge="1" parent="1" style="edgeStyle=none;html=1;strokeColor=#3D75CC;strokeWidth=2;endArrow=none;" value="">
          <mxGeometry relative="1" as="geometry">
            <Array as="points">
              <mxPoint x="692" y="731" />
              <mxPoint x="696" y="724" />
            </Array>
          </mxGeometry>
        </mxCell>
        <mxCell id="e145" edge="1" parent="1" style="edgeStyle=none;html=1;strokeColor=#3D75CC;strokeWidth=2;endArrow=none;" value="">
          <mxGeometry relative="1" as="geometry">
            <Array as="points">
              <mxPoint x="696" y="724" />
              <mxPoint x="700" y="741" />
            </Array>
          </mxGeometry>
        </mxCell>
        <mxCell id="e146" edge="1" parent="1" style="edgeStyle=none;html=1;strokeColor=#3D75CC;strokeWidth=2;endArrow=none;" value="">
          <mxGeometry relative="1" as="geometry">
            <Array as="points">
              <mxPoint x="700" y="741" />
              <mxPoint x="704" y="713" />
            </Array>
          </mxGeometry>
        </mxCell>
        <mxCell id="e147" edge="1" parent="1" style="edgeStyle=none;html=1;strokeColor=#3D75CC;strokeWidth=2;endArrow=none;" value="">
          <mxGeometry relative="1" as="geometry">
            <Array as="points">
              <mxPoint x="704" y="713" />
              <mxPoint x="708" y="748" />
            </Array>
          </mxGeometry>
        </mxCell>
        <mxCell id="e148" edge="1" parent="1" style="edgeStyle=none;html=1;strokeColor=#3D75CC;strokeWidth=2;endArrow=none;" value="">
          <mxGeometry relative="1" as="geometry">
            <Array as="points">
              <mxPoint x="708" y="748" />
              <mxPoint x="712" y="722" />
            </Array>
          </mxGeometry>
        </mxCell>
        <mxCell id="e149" edge="1" parent="1" style="edgeStyle=none;html=1;strokeColor=#3D75CC;strokeWidth=2;endArrow=none;" value="">
          <mxGeometry relative="1" as="geometry">
            <Array as="points">
              <mxPoint x="712" y="722" />
              <mxPoint x="716" y="739" />
            </Array>
          </mxGeometry>
        </mxCell>
        <mxCell id="e150" edge="1" parent="1" style="edgeStyle=none;html=1;strokeColor=#3D75CC;strokeWidth=2;endArrow=none;" value="">
          <mxGeometry relative="1" as="geometry">
            <Array as="points">
              <mxPoint x="716" y="739" />
              <mxPoint x="720" y="715" />
            </Array>
          </mxGeometry>
        </mxCell>
        <mxCell id="e151" edge="1" parent="1" style="edgeStyle=none;html=1;strokeColor=#3D75CC;strokeWidth=2;endArrow=none;" value="">
          <mxGeometry relative="1" as="geometry">
            <Array as="points">
              <mxPoint x="720" y="715" />
              <mxPoint x="724" y="747" />
            </Array>
          </mxGeometry>
        </mxCell>
        <mxCell id="e152" edge="1" parent="1" style="edgeStyle=none;html=1;strokeColor=#3D75CC;strokeWidth=2;endArrow=none;" value="">
          <mxGeometry relative="1" as="geometry">
            <Array as="points">
              <mxPoint x="724" y="747" />
              <mxPoint x="728" y="727" />
            </Array>
          </mxGeometry>
        </mxCell>
        <mxCell id="e153" edge="1" parent="1" style="edgeStyle=none;html=1;strokeColor=#3D75CC;strokeWidth=2;endArrow=none;" value="">
          <mxGeometry relative="1" as="geometry">
            <Array as="points">
              <mxPoint x="728" y="727" />
              <mxPoint x="732" y="734" />
            </Array>
          </mxGeometry>
        </mxCell>
        <mxCell id="e154" edge="1" parent="1" style="edgeStyle=none;html=1;strokeColor=#3D75CC;strokeWidth=2;endArrow=none;" value="">
          <mxGeometry relative="1" as="geometry">
            <Array as="points">
              <mxPoint x="732" y="734" />
              <mxPoint x="736" y="720" />
            </Array>
          </mxGeometry>
        </mxCell>
        <mxCell id="e155" edge="1" parent="1" style="edgeStyle=none;html=1;strokeColor=#3D75CC;strokeWidth=2;endArrow=none;" value="">
          <mxGeometry relative="1" as="geometry">
            <Array as="points">
              <mxPoint x="736" y="720" />
              <mxPoint x="740" y="744" />
            </Array>
          </mxGeometry>
        </mxCell>
        <mxCell id="e156" edge="1" parent="1" style="edgeStyle=none;html=1;strokeColor=#3D75CC;strokeWidth=2;endArrow=none;" value="">
          <mxGeometry relative="1" as="geometry">
            <Array as="points">
              <mxPoint x="740" y="744" />
              <mxPoint x="744" y="725" />
            </Array>
          </mxGeometry>
        </mxCell>
        <mxCell id="e157" edge="1" parent="1" style="edgeStyle=none;html=1;strokeColor=#3D75CC;strokeWidth=2;endArrow=none;" value="">
          <mxGeometry relative="1" as="geometry">
            <Array as="points">
              <mxPoint x="744" y="725" />
              <mxPoint x="748" y="735" />
            </Array>
          </mxGeometry>
        </mxCell>
        <mxCell id="e158" edge="1" parent="1" style="edgeStyle=none;html=1;strokeColor=#3D75CC;strokeWidth=2;endArrow=none;" value="">
          <mxGeometry relative="1" as="geometry">
            <Array as="points">
              <mxPoint x="748" y="735" />
              <mxPoint x="754" y="731" />
            </Array>
          </mxGeometry>
        </mxCell>
        <mxCell id="e159" edge="1" parent="1" style="edgeStyle=none;html=1;strokeColor=#3D75CC;strokeWidth=2;endArrow=none;" value="">
          <mxGeometry relative="1" as="geometry">
            <Array as="points">
              <mxPoint x="754" y="731" />
              <mxPoint x="763" y="731" />
            </Array>
          </mxGeometry>
        </mxCell>
        <mxCell id="v160" parent="1" style="ellipse;whiteSpace=wrap;html=1;fillColor=#8AB3EA;strokeColor=#466392;strokeWidth=1;fontFamily=Comic Sans MS;" value="" vertex="1">
          <mxGeometry height="10" width="10" x="821" y="713" as="geometry" />
        </mxCell>
        <mxCell id="v161" parent="1" style="ellipse;whiteSpace=wrap;html=1;fillColor=#8AB3EA;strokeColor=#466392;strokeWidth=1;fontFamily=Comic Sans MS;" value="" vertex="1">
          <mxGeometry height="10" width="10" x="821" y="736" as="geometry" />
        </mxCell>
        <mxCell id="v162" parent="1" style="ellipse;whiteSpace=wrap;html=1;fillColor=#8AB3EA;strokeColor=#466392;strokeWidth=1;fontFamily=Comic Sans MS;" value="" vertex="1">
          <mxGeometry height="10" width="10" x="844" y="701" as="geometry" />
        </mxCell>
        <mxCell id="v163" parent="1" style="ellipse;whiteSpace=wrap;html=1;fillColor=#8AB3EA;strokeColor=#466392;strokeWidth=1;fontFamily=Comic Sans MS;" value="" vertex="1">
          <mxGeometry height="10" width="10" x="844" y="724" as="geometry" />
        </mxCell>
        <mxCell id="v164" parent="1" style="ellipse;whiteSpace=wrap;html=1;fillColor=#8AB3EA;strokeColor=#466392;strokeWidth=1;fontFamily=Comic Sans MS;" value="" vertex="1">
          <mxGeometry height="10" width="10" x="844" y="747" as="geometry" />
        </mxCell>
        <mxCell id="v165" parent="1" style="ellipse;whiteSpace=wrap;html=1;fillColor=#8AB3EA;strokeColor=#466392;strokeWidth=1;fontFamily=Comic Sans MS;" value="" vertex="1">
          <mxGeometry height="10" width="10" x="867" y="713" as="geometry" />
        </mxCell>
        <mxCell id="v166" parent="1" style="ellipse;whiteSpace=wrap;html=1;fillColor=#8AB3EA;strokeColor=#466392;strokeWidth=1;fontFamily=Comic Sans MS;" value="" vertex="1">
          <mxGeometry height="10" width="10" x="867" y="736" as="geometry" />
        </mxCell>
        <mxCell id="e167" edge="1" parent="1" source="v160" style="edgeStyle=none;html=1;strokeColor=#49648A;strokeWidth=1;endArrow=none;fontFamily=Comic Sans MS;" target="v162" value="">
          <mxGeometry relative="1" as="geometry" />
        </mxCell>
        <mxCell id="e168" edge="1" parent="1" source="v160" style="edgeStyle=none;html=1;strokeColor=#49648A;strokeWidth=1;endArrow=none;fontFamily=Comic Sans MS;" target="v163" value="">
          <mxGeometry relative="1" as="geometry" />
        </mxCell>
        <mxCell id="e169" edge="1" parent="1" source="v160" style="edgeStyle=none;html=1;strokeColor=#49648A;strokeWidth=1;endArrow=none;fontFamily=Comic Sans MS;" target="v164" value="">
          <mxGeometry relative="1" as="geometry" />
        </mxCell>
        <mxCell id="e170" edge="1" parent="1" source="v161" style="edgeStyle=none;html=1;strokeColor=#49648A;strokeWidth=1;endArrow=none;fontFamily=Comic Sans MS;" target="v162" value="">
          <mxGeometry relative="1" as="geometry" />
        </mxCell>
        <mxCell id="e171" edge="1" parent="1" source="v161" style="edgeStyle=none;html=1;strokeColor=#49648A;strokeWidth=1;endArrow=none;fontFamily=Comic Sans MS;" target="v163" value="">
          <mxGeometry relative="1" as="geometry" />
        </mxCell>
        <mxCell id="e172" edge="1" parent="1" source="v161" style="edgeStyle=none;html=1;strokeColor=#49648A;strokeWidth=1;endArrow=none;fontFamily=Comic Sans MS;" target="v164" value="">
          <mxGeometry relative="1" as="geometry" />
        </mxCell>
        <mxCell id="e173" edge="1" parent="1" source="v162" style="edgeStyle=none;html=1;strokeColor=#49648A;strokeWidth=1;endArrow=none;fontFamily=Comic Sans MS;" target="v165" value="">
          <mxGeometry relative="1" as="geometry" />
        </mxCell>
        <mxCell id="e174" edge="1" parent="1" source="v162" style="edgeStyle=none;html=1;strokeColor=#49648A;strokeWidth=1;endArrow=none;fontFamily=Comic Sans MS;" target="v166" value="">
          <mxGeometry relative="1" as="geometry" />
        </mxCell>
        <mxCell id="e175" edge="1" parent="1" source="v163" style="edgeStyle=none;html=1;strokeColor=#49648A;strokeWidth=1;endArrow=none;fontFamily=Comic Sans MS;" target="v165" value="">
          <mxGeometry relative="1" as="geometry" />
        </mxCell>
        <mxCell id="e176" edge="1" parent="1" source="v163" style="edgeStyle=none;html=1;strokeColor=#49648A;strokeWidth=1;endArrow=none;fontFamily=Comic Sans MS;" target="v166" value="">
          <mxGeometry relative="1" as="geometry" />
        </mxCell>
        <mxCell id="e177" edge="1" parent="1" source="v164" style="edgeStyle=none;html=1;strokeColor=#49648A;strokeWidth=1;endArrow=none;fontFamily=Comic Sans MS;" target="v165" value="">
          <mxGeometry relative="1" as="geometry" />
        </mxCell>
        <mxCell id="e178" edge="1" parent="1" source="v164" style="edgeStyle=none;html=1;strokeColor=#49648A;strokeWidth=1;endArrow=none;fontFamily=Comic Sans MS;" target="v166" value="">
          <mxGeometry relative="1" as="geometry" />
        </mxCell>
        <mxCell id="v195" parent="1" style="shape=rect;fillColor=#FFFFFF;strokeColor=#333333;strokeWidth=1;fontFamily=Comic Sans MS;" value="" vertex="1">
          <mxGeometry height="12" width="12" x="1070" y="704" as="geometry" />
        </mxCell>
        <mxCell id="v196" parent="1" style="shape=rect;fillColor=#8F6BCF;strokeColor=#513B96;strokeWidth=1;fontFamily=Comic Sans MS;" value="" vertex="1">
          <mxGeometry height="16" width="16" x="1068" y="742" as="geometry" />
        </mxCell>
        <mxCell id="v197" parent="1" style="shape=rect;fillColor=#FFFFFF;strokeColor=#333333;strokeWidth=1;fontFamily=Comic Sans MS;" value="" vertex="1">
          <mxGeometry height="12" width="12" x="1088" y="704" as="geometry" />
        </mxCell>
        <mxCell id="v198" parent="1" style="shape=rect;fillColor=#8F6BCF;strokeColor=#513B96;strokeWidth=1;fontFamily=Comic Sans MS;" value="" vertex="1">
          <mxGeometry height="16" width="16" x="1088" y="742" as="geometry" />
        </mxCell>
        <mxCell id="v199" parent="1" style="shape=rect;fillColor=#FFFFFF;strokeColor=#333333;strokeWidth=1;fontFamily=Comic Sans MS;" value="" vertex="1">
          <mxGeometry height="12" width="12" x="1106" y="704" as="geometry" />
        </mxCell>
        <mxCell id="v200" parent="1" style="shape=rect;fillColor=#8F6BCF;strokeColor=#513B96;strokeWidth=1;fontFamily=Comic Sans MS;" value="" vertex="1">
          <mxGeometry height="16" width="16" x="1108" y="742" as="geometry" />
        </mxCell>
        <mxCell id="v201" parent="1" style="shape=rect;fillColor=#FFFFFF;strokeColor=#333333;strokeWidth=1;fontFamily=Comic Sans MS;" value="" vertex="1">
          <mxGeometry height="12" width="12" x="1124" y="704" as="geometry" />
        </mxCell>
        <mxCell id="v202" parent="1" style="shape=rect;fillColor=#8F6BCF;strokeColor=#513B96;strokeWidth=1;fontFamily=Comic Sans MS;" value="" vertex="1">
          <mxGeometry height="16" width="16" x="1128" y="742" as="geometry" />
        </mxCell>
        <mxCell id="v203" parent="1" style="shape=rect;fillColor=#FFFFFF;strokeColor=#333333;strokeWidth=1;fontFamily=Comic Sans MS;" value="" vertex="1">
          <mxGeometry height="12" width="12" x="1142" y="704" as="geometry" />
        </mxCell>
        <mxCell id="v204" parent="1" style="shape=rect;fillColor=#8F6BCF;strokeColor=#513B96;strokeWidth=1;fontFamily=Comic Sans MS;" value="" vertex="1">
          <mxGeometry height="16" width="16" x="1148" y="742" as="geometry" />
        </mxCell>
        <mxCell id="e205" edge="1" parent="1" source="v195" style="edgeStyle=none;html=1;strokeColor=#555555;strokeWidth=1;endArrow=none;fontFamily=Comic Sans MS;" target="v196" value="">
          <mxGeometry relative="1" as="geometry" />
        </mxCell>
        <mxCell id="e206" edge="1" parent="1" source="v195" style="edgeStyle=none;html=1;strokeColor=#555555;strokeWidth=1;endArrow=none;fontFamily=Comic Sans MS;" target="v198" value="">
          <mxGeometry relative="1" as="geometry" />
        </mxCell>
        <mxCell id="e207" edge="1" parent="1" source="v197" style="edgeStyle=none;html=1;strokeColor=#555555;strokeWidth=1;endArrow=none;fontFamily=Comic Sans MS;" target="v196" value="">
          <mxGeometry relative="1" as="geometry" />
        </mxCell>
        <mxCell id="e208" edge="1" parent="1" source="v197" style="edgeStyle=none;html=1;strokeColor=#555555;strokeWidth=1;endArrow=none;fontFamily=Comic Sans MS;" target="v198" value="">
          <mxGeometry relative="1" as="geometry" />
        </mxCell>
        <mxCell id="e209" edge="1" parent="1" source="v197" style="edgeStyle=none;html=1;strokeColor=#555555;strokeWidth=1;endArrow=none;fontFamily=Comic Sans MS;" target="v200" value="">
          <mxGeometry relative="1" as="geometry" />
        </mxCell>
        <mxCell id="e210" edge="1" parent="1" source="v199" style="edgeStyle=none;html=1;strokeColor=#555555;strokeWidth=1;endArrow=none;fontFamily=Comic Sans MS;" target="v198" value="">
          <mxGeometry relative="1" as="geometry" />
        </mxCell>
        <mxCell id="e211" edge="1" parent="1" source="v199" style="edgeStyle=none;html=1;strokeColor=#555555;strokeWidth=1;endArrow=none;fontFamily=Comic Sans MS;" target="v200" value="">
          <mxGeometry relative="1" as="geometry" />
        </mxCell>
        <mxCell id="e212" edge="1" parent="1" source="v199" style="edgeStyle=none;html=1;strokeColor=#555555;strokeWidth=1;endArrow=none;fontFamily=Comic Sans MS;" target="v202" value="">
          <mxGeometry relative="1" as="geometry" />
        </mxCell>
        <mxCell id="e213" edge="1" parent="1" source="v201" style="edgeStyle=none;html=1;strokeColor=#555555;strokeWidth=1;endArrow=none;fontFamily=Comic Sans MS;" target="v200" value="">
          <mxGeometry relative="1" as="geometry" />
        </mxCell>
        <mxCell id="e214" edge="1" parent="1" source="v201" style="edgeStyle=none;html=1;strokeColor=#555555;strokeWidth=1;endArrow=none;fontFamily=Comic Sans MS;" target="v202" value="">
          <mxGeometry relative="1" as="geometry" />
        </mxCell>
        <mxCell id="e215" edge="1" parent="1" source="v201" style="edgeStyle=none;html=1;strokeColor=#555555;strokeWidth=1;endArrow=none;fontFamily=Comic Sans MS;" target="v204" value="">
          <mxGeometry relative="1" as="geometry" />
        </mxCell>
        <mxCell id="e216" edge="1" parent="1" source="v203" style="edgeStyle=none;html=1;strokeColor=#555555;strokeWidth=1;endArrow=none;fontFamily=Comic Sans MS;" target="v202" value="">
          <mxGeometry relative="1" as="geometry" />
        </mxCell>
        <mxCell id="e217" edge="1" parent="1" source="v203" style="edgeStyle=none;html=1;strokeColor=#555555;strokeWidth=1;endArrow=none;fontFamily=Comic Sans MS;" target="v204" value="">
          <mxGeometry relative="1" as="geometry" />
        </mxCell>
        <mxCell id="v218" parent="1" style="shape=rect;fillColor=#8B6AC7;gradientColor=#C6B4E7;gradientDirection=north;strokeColor=#6E55A9;strokeWidth=1;fontFamily=Comic Sans MS;" value="" vertex="1">
          <mxGeometry height="34" width="16" x="1198" y="714" as="geometry" />
        </mxCell>
        <mxCell id="v219" parent="1" style="shape=rect;fillColor=#8B6AC7;gradientColor=#C6B4E7;gradientDirection=north;strokeColor=#6E55A9;strokeWidth=1;fontFamily=Comic Sans MS;" value="" vertex="1">
          <mxGeometry height="42" width="16" x="1220" y="706" as="geometry" />
        </mxCell>
        <mxCell id="v220" parent="1" style="shape=rect;fillColor=#8B6AC7;gradientColor=#C6B4E7;gradientDirection=north;strokeColor=#6E55A9;strokeWidth=1;fontFamily=Comic Sans MS;" value="" vertex="1">
          <mxGeometry height="38" width="16" x="1242" y="710" as="geometry" />
        </mxCell>
        <mxCell id="v221" parent="1" style="shape=rect;fillColor=#8B6AC7;gradientColor=#C6B4E7;gradientDirection=north;strokeColor=#6E55A9;strokeWidth=1;fontFamily=Comic Sans MS;" value="" vertex="1">
          <mxGeometry height="31" width="16" x="1264" y="717" as="geometry" />
        </mxCell>
        <mxCell id="v223" parent="1" style="shape=line;strokeColor=#8B75D4;strokeWidth=1;dashed=1;dashPattern=6 4;fontFamily=Comic Sans MS;" value="" vertex="1">
          <mxGeometry height="1" width="620" x="685" y="786" as="geometry" />
        </mxCell>
        <mxCell id="v224" parent="1" style="text;html=1;whiteSpace=wrap;align=center;verticalAlign=middle;fontFamily=Comic Sans MS;fontSize=19;fontColor=#222222;fontStyle=0;spacing=0;" value="&lt;span style=&quot;color: rgb(110, 79, 197);&quot;&gt;解耦出情感特征，&lt;/span&gt;&lt;span style=&quot;color: light-dark(rgb(110, 79, 197), rgb(237, 237, 237));&quot;&gt;削弱非情感因素干扰&lt;/span&gt;" vertex="1">
          <mxGeometry height="30" width="580" x="705" y="795" as="geometry" />
        </mxCell>
        <mxCell id="e225" edge="1" parent="1" style="edgeStyle=orthogonalEdgeStyle;rounded=0;html=1;strokeColor=#5D43B3;strokeWidth=4;endArrow=none;" value="">
          <mxGeometry relative="1" as="geometry">
            <Array as="points">
              <mxPoint x="1322" y="378" />
              <mxPoint x="1355" y="378" />
              <mxPoint x="1355" y="519" />
            </Array>
          </mxGeometry>
        </mxCell>
        <mxCell id="e226" edge="1" parent="1" style="edgeStyle=orthogonalEdgeStyle;rounded=0;html=1;strokeColor=#5D43B3;strokeWidth=4;endArrow=none;" value="">
          <mxGeometry relative="1" as="geometry">
            <Array as="points">
              <mxPoint x="1322" y="695" />
              <mxPoint x="1355" y="695" />
              <mxPoint x="1355" y="519" />
            </Array>
          </mxGeometry>
        </mxCell>
        <mxCell id="e227" edge="1" parent="1" style="edgeStyle=orthogonalEdgeStyle;rounded=0;html=1;strokeColor=#5D43B3;strokeWidth=4;endArrow=block;endFill=1;" value="">
          <mxGeometry relative="1" as="geometry">
            <Array as="points">
              <mxPoint x="1355" y="519" />
              <mxPoint x="1403" y="519" />
            </Array>
          </mxGeometry>
        </mxCell>
        <mxCell id="v228" parent="1" style="ellipse;whiteSpace=wrap;html=1;fillColor=#FFFFFF;strokeColor=#D6C9EE;strokeWidth=5;fontFamily=Comic Sans MS;" value="" vertex="1">
          <mxGeometry height="135" width="135" x="1448" y="328" as="geometry" />
        </mxCell>
        <mxCell id="v229" parent="1" style="ellipse;whiteSpace=wrap;html=1;fillColor=#FFFFFF;strokeColor=#6F54BA;strokeWidth=9;fontFamily=Comic Sans MS;" value="" vertex="1">
          <mxGeometry height="92" width="92" x="1470" y="350" as="geometry" />
        </mxCell>
        <mxCell id="v230" parent="1" style="ellipse;whiteSpace=wrap;html=1;fillColor=#FFFFFF;strokeColor=#D6C9EE;strokeWidth=5;fontFamily=Comic Sans MS;align=center;verticalAlign=middle;fontSize=12;fontColor=default;" value="" vertex="1">
          <mxGeometry height="48" width="48" x="1492" y="372" as="geometry" />
        </mxCell>
        <mxCell id="v231" parent="1" style="ellipse;whiteSpace=wrap;html=1;fillColor=#6F54BA;strokeColor=#6F54BA;strokeWidth=0;fontFamily=Comic Sans MS;" value="" vertex="1">
          <mxGeometry height="16" width="16" x="1508" y="388" as="geometry" />
        </mxCell>
        <mxCell id="v234" parent="1" style="shape=line;strokeColor=#8B75D4;strokeWidth=1;dashed=1;dashPattern=6 4;fontFamily=Comic Sans MS;" value="" vertex="1">
          <mxGeometry height="1" width="180" x="1425" y="522" as="geometry" />
        </mxCell>
        <mxCell id="v235" parent="1" style="text;html=1;whiteSpace=wrap;align=center;verticalAlign=middle;fontFamily=Comic Sans MS;fontSize=24;fontColor=#5134A6;fontStyle=1;spacing=0;" value="声学预测误差降低，合成语音的情感辨识度提升" vertex="1">
          <mxGeometry height="180" width="170" x="1430" y="555" as="geometry" />
        </mxCell>
        <mxCell id="mLJ6RkBWi0f_F3Ge-QQL-3" connectable="0" parent="1" style="group" value="" vertex="1">
          <mxGeometry height="68" width="80" x="945" y="690" as="geometry" />
        </mxCell>
        <mxCell id="v179" parent="mLJ6RkBWi0f_F3Ge-QQL-3" style="shape=rect;fillColor=#222222;strokeColor=#777777;strokeWidth=1;fontFamily=Comic Sans MS;" value="" vertex="1">
          <mxGeometry height="17" width="20" as="geometry" />
        </mxCell>
        <mxCell id="v180" parent="mLJ6RkBWi0f_F3Ge-QQL-3" style="shape=rect;fillColor=#F4F2F7;strokeColor=#777777;strokeWidth=1;fontFamily=Comic Sans MS;" value="" vertex="1">
          <mxGeometry height="17" width="20" x="20" as="geometry" />
        </mxCell>
        <mxCell id="v181" parent="mLJ6RkBWi0f_F3Ge-QQL-3" style="shape=rect;fillColor=#FFFFFF;strokeColor=#777777;strokeWidth=1;fontFamily=Comic Sans MS;" value="" vertex="1">
          <mxGeometry height="17" width="20" x="40" as="geometry" />
        </mxCell>
        <mxCell id="v182" parent="mLJ6RkBWi0f_F3Ge-QQL-3" style="shape=rect;fillColor=#FFFFFF;strokeColor=#777777;strokeWidth=1;fontFamily=Comic Sans MS;" value="" vertex="1">
          <mxGeometry height="17" width="20" x="60" as="geometry" />
        </mxCell>
        <mxCell id="v183" parent="mLJ6RkBWi0f_F3Ge-QQL-3" style="shape=rect;fillColor=#F6F4F7;strokeColor=#777777;strokeWidth=1;fontFamily=Comic Sans MS;" value="" vertex="1">
          <mxGeometry height="17" width="20" y="17" as="geometry" />
        </mxCell>
        <mxCell id="v184" parent="mLJ6RkBWi0f_F3Ge-QQL-3" style="shape=rect;fillColor=#FFFFFF;strokeColor=#777777;strokeWidth=1;fontFamily=Comic Sans MS;" value="" vertex="1">
          <mxGeometry height="17" width="20" x="20" y="17" as="geometry" />
        </mxCell>
        <mxCell id="v185" parent="mLJ6RkBWi0f_F3Ge-QQL-3" style="shape=rect;fillColor=#ECE8F3;strokeColor=#777777;strokeWidth=1;fontFamily=Comic Sans MS;" value="" vertex="1">
          <mxGeometry height="17" width="20" x="40" y="17" as="geometry" />
        </mxCell>
        <mxCell id="v186" parent="mLJ6RkBWi0f_F3Ge-QQL-3" style="shape=rect;fillColor=#FFFFFF;strokeColor=#777777;strokeWidth=1;fontFamily=Comic Sans MS;" value="" vertex="1">
          <mxGeometry height="17" width="20" x="60" y="17" as="geometry" />
        </mxCell>
        <mxCell id="v187" parent="mLJ6RkBWi0f_F3Ge-QQL-3" style="shape=rect;fillColor=#FFFFFF;strokeColor=#777777;strokeWidth=1;fontFamily=Comic Sans MS;" value="" vertex="1">
          <mxGeometry height="17" width="20" y="34" as="geometry" />
        </mxCell>
        <mxCell id="v188" parent="mLJ6RkBWi0f_F3Ge-QQL-3" style="shape=rect;fillColor=#ECE8F3;strokeColor=#777777;strokeWidth=1;fontFamily=Comic Sans MS;" value="" vertex="1">
          <mxGeometry height="17" width="20" x="20" y="34" as="geometry" />
        </mxCell>
        <mxCell id="v189" parent="mLJ6RkBWi0f_F3Ge-QQL-3" style="shape=rect;fillColor=#FFFFFF;strokeColor=#777777;strokeWidth=1;fontFamily=Comic Sans MS;" value="" vertex="1">
          <mxGeometry height="17" width="20" x="40" y="34" as="geometry" />
        </mxCell>
        <mxCell id="v190" parent="mLJ6RkBWi0f_F3Ge-QQL-3" style="shape=rect;fillColor=#F7F5FA;strokeColor=#777777;strokeWidth=1;fontFamily=Comic Sans MS;" value="" vertex="1">
          <mxGeometry height="17" width="20" x="60" y="34" as="geometry" />
        </mxCell>
        <mxCell id="v191" parent="mLJ6RkBWi0f_F3Ge-QQL-3" style="shape=rect;fillColor=#FFFFFF;strokeColor=#777777;strokeWidth=1;fontFamily=Comic Sans MS;" value="" vertex="1">
          <mxGeometry height="17" width="20" y="51" as="geometry" />
        </mxCell>
        <mxCell id="v192" parent="mLJ6RkBWi0f_F3Ge-QQL-3" style="shape=rect;fillColor=#FFFFFF;strokeColor=#777777;strokeWidth=1;fontFamily=Comic Sans MS;" value="" vertex="1">
          <mxGeometry height="17" width="20" x="20" y="51" as="geometry" />
        </mxCell>
        <mxCell id="v193" parent="mLJ6RkBWi0f_F3Ge-QQL-3" style="shape=rect;fillColor=#F3F0F7;strokeColor=#777777;strokeWidth=1;fontFamily=Comic Sans MS;" value="" vertex="1">
          <mxGeometry height="17" width="20" x="40" y="51" as="geometry" />
        </mxCell>
        <mxCell id="v194" parent="mLJ6RkBWi0f_F3Ge-QQL-3" style="shape=rect;fillColor=#222222;strokeColor=#777777;strokeWidth=1;fontFamily=Comic Sans MS;" value="" vertex="1">
          <mxGeometry height="17" width="20" x="60" y="51" as="geometry" />
        </mxCell>
        <mxCell id="mLJ6RkBWi0f_F3Ge-QQL-5" connectable="0" parent="1" style="group" value="" vertex="1">
          <mxGeometry height="38" width="72" x="694" y="402" as="geometry" />
        </mxCell>
        <mxCell id="v69" parent="mLJ6RkBWi0f_F3Ge-QQL-5" style="shape=rect;rounded=0;fillColor=#CFE4FF;gradientColor=#2D66BA;gradientDirection=east;strokeColor=#8AA8DC;fontFamily=Comic Sans MS;" value="" vertex="1">
          <mxGeometry height="38" width="72" as="geometry" />
        </mxCell>
        <mxCell id="v70" parent="mLJ6RkBWi0f_F3Ge-QQL-5" style="shape=rect;fillColor=#4B79C4;strokeColor=none;fontFamily=Comic Sans MS;" value="" vertex="1">
          <mxGeometry height="18" width="4" x="5" y="16" as="geometry" />
        </mxCell>
        <mxCell id="v71" parent="mLJ6RkBWi0f_F3Ge-QQL-5" style="shape=rect;fillColor=#8FC5F2;strokeColor=none;fontFamily=Comic Sans MS;" value="" vertex="1">
          <mxGeometry height="28" width="4" x="13" y="6" as="geometry" />
        </mxCell>
        <mxCell id="v72" parent="mLJ6RkBWi0f_F3Ge-QQL-5" style="shape=rect;fillColor=#4B79C4;strokeColor=none;fontFamily=Comic Sans MS;" value="" vertex="1">
          <mxGeometry height="22" width="4" x="21" y="12" as="geometry" />
        </mxCell>
        <mxCell id="v73" parent="mLJ6RkBWi0f_F3Ge-QQL-5" style="shape=rect;fillColor=#8FC5F2;strokeColor=none;fontFamily=Comic Sans MS;" value="" vertex="1">
          <mxGeometry height="34" width="4" x="29" as="geometry" />
        </mxCell>
        <mxCell id="v74" parent="mLJ6RkBWi0f_F3Ge-QQL-5" style="shape=rect;fillColor=#4B79C4;strokeColor=none;fontFamily=Comic Sans MS;" value="" vertex="1">
          <mxGeometry height="26" width="4" x="37" y="8" as="geometry" />
        </mxCell>
        <mxCell id="v75" parent="mLJ6RkBWi0f_F3Ge-QQL-5" style="shape=rect;fillColor=#8FC5F2;strokeColor=none;fontFamily=Comic Sans MS;" value="" vertex="1">
          <mxGeometry height="32" width="4" x="45" y="2" as="geometry" />
        </mxCell>
        <mxCell id="v76" parent="mLJ6RkBWi0f_F3Ge-QQL-5" style="shape=rect;fillColor=#4B79C4;strokeColor=none;fontFamily=Comic Sans MS;" value="" vertex="1">
          <mxGeometry height="20" width="4" x="53" y="14" as="geometry" />
        </mxCell>
        <mxCell id="v77" parent="mLJ6RkBWi0f_F3Ge-QQL-5" style="shape=rect;fillColor=#8FC5F2;strokeColor=none;fontFamily=Comic Sans MS;" value="" vertex="1">
          <mxGeometry height="30" width="4" x="61" y="4" as="geometry" />
        </mxCell>
        <mxCell id="mLJ6RkBWi0f_F3Ge-QQL-6" connectable="0" parent="1" style="group" value="" vertex="1">
          <mxGeometry height="38" width="72" x="694" y="709" as="geometry" />
        </mxCell>
        <mxCell id="mLJ6RkBWi0f_F3Ge-QQL-7" parent="mLJ6RkBWi0f_F3Ge-QQL-6" style="shape=rect;rounded=0;fillColor=#CFE4FF;gradientColor=#2D66BA;gradientDirection=east;strokeColor=#8AA8DC;fontFamily=Comic Sans MS;" value="" vertex="1">
          <mxGeometry height="38" width="72" as="geometry" />
        </mxCell>
        <mxCell id="mLJ6RkBWi0f_F3Ge-QQL-8" parent="mLJ6RkBWi0f_F3Ge-QQL-6" style="shape=rect;fillColor=#4B79C4;strokeColor=none;fontFamily=Comic Sans MS;" value="" vertex="1">
          <mxGeometry height="18" width="4" x="5" y="16" as="geometry" />
        </mxCell>
        <mxCell id="mLJ6RkBWi0f_F3Ge-QQL-9" parent="mLJ6RkBWi0f_F3Ge-QQL-6" style="shape=rect;fillColor=#8FC5F2;strokeColor=none;fontFamily=Comic Sans MS;" value="" vertex="1">
          <mxGeometry height="28" width="4" x="13" y="6" as="geometry" />
        </mxCell>
        <mxCell id="mLJ6RkBWi0f_F3Ge-QQL-10" parent="mLJ6RkBWi0f_F3Ge-QQL-6" style="shape=rect;fillColor=#4B79C4;strokeColor=none;fontFamily=Comic Sans MS;" value="" vertex="1">
          <mxGeometry height="22" width="4" x="21" y="12" as="geometry" />
        </mxCell>
        <mxCell id="mLJ6RkBWi0f_F3Ge-QQL-11" parent="mLJ6RkBWi0f_F3Ge-QQL-6" style="shape=rect;fillColor=#8FC5F2;strokeColor=none;fontFamily=Comic Sans MS;" value="" vertex="1">
          <mxGeometry height="34" width="4" x="29" as="geometry" />
        </mxCell>
        <mxCell id="mLJ6RkBWi0f_F3Ge-QQL-12" parent="mLJ6RkBWi0f_F3Ge-QQL-6" style="shape=rect;fillColor=#4B79C4;strokeColor=none;fontFamily=Comic Sans MS;" value="" vertex="1">
          <mxGeometry height="26" width="4" x="37" y="8" as="geometry" />
        </mxCell>
        <mxCell id="mLJ6RkBWi0f_F3Ge-QQL-13" parent="mLJ6RkBWi0f_F3Ge-QQL-6" style="shape=rect;fillColor=#8FC5F2;strokeColor=none;fontFamily=Comic Sans MS;" value="" vertex="1">
          <mxGeometry height="32" width="4" x="45" y="2" as="geometry" />
        </mxCell>
        <mxCell id="mLJ6RkBWi0f_F3Ge-QQL-14" parent="mLJ6RkBWi0f_F3Ge-QQL-6" style="shape=rect;fillColor=#4B79C4;strokeColor=none;fontFamily=Comic Sans MS;" value="" vertex="1">
          <mxGeometry height="20" width="4" x="53" y="14" as="geometry" />
        </mxCell>
        <mxCell id="mLJ6RkBWi0f_F3Ge-QQL-15" parent="mLJ6RkBWi0f_F3Ge-QQL-6" style="shape=rect;fillColor=#8FC5F2;strokeColor=none;fontFamily=Comic Sans MS;" value="" vertex="1">
          <mxGeometry height="30" width="4" x="61" y="4" as="geometry" />
        </mxCell>
+         <mxCell id="mLJ6RkBWi0f_F3Ge-QQL-17" parent="1" style="ellipse;whiteSpace=wrap;html=1;aspect=fixed;fillColor=#3069CA;" value="" vertex="1">
+           <mxGeometry height="80" width="80" x="109" y="360" as="geometry" />
+         </mxCell>
      </root>
    </mxGraphModel>
  </diagram>
</mxfile>
